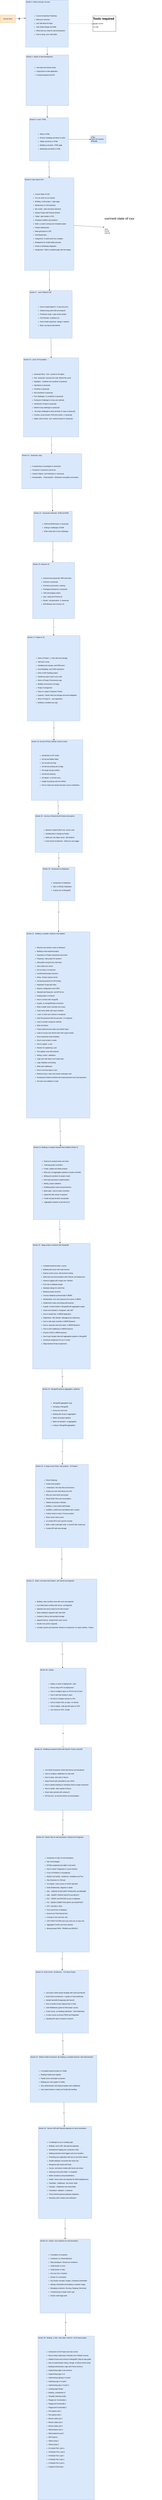
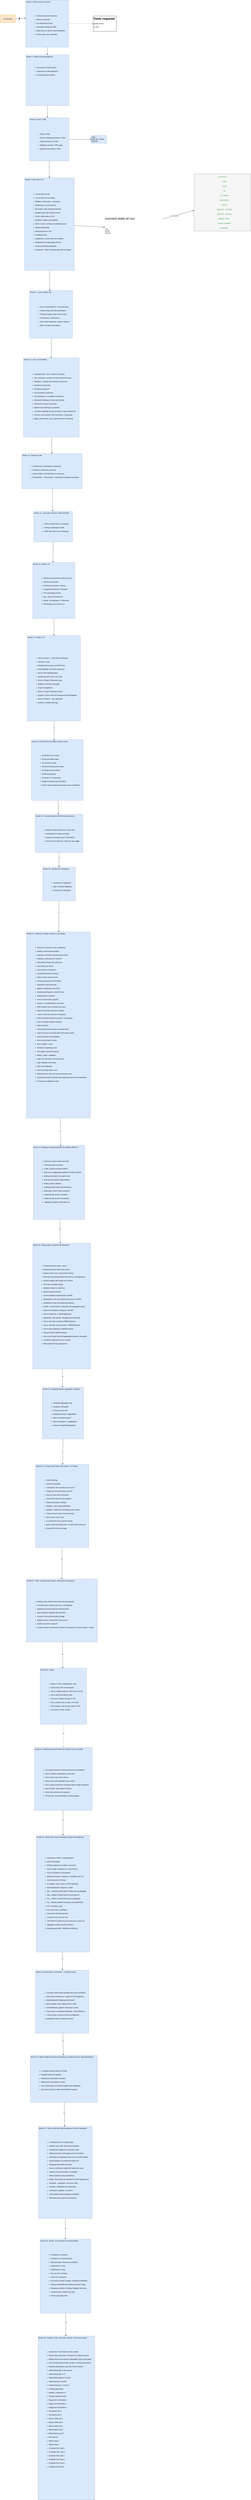
<mxfile host="65bd71144e">
    <diagram id="c_EHRjwDko8VzCd9NMD1" name="Notes">
        <mxGraphModel dx="1878" dy="1175" grid="0" gridSize="10" guides="1" tooltips="1" connect="1" arrows="1" fold="1" page="0" pageScale="1" pageWidth="850" pageHeight="1100" math="0" shadow="0">
            <root>
                <mxCell id="0"/>
                <mxCell id="1" parent="0"/>
                <mxCell id="4" value="Course Items" style="rounded=0;whiteSpace=wrap;html=1;fillColor=#ffe6cc;strokeColor=#d79b00;" parent="1" vertex="1">
                    <mxGeometry x="-1015" y="-642" width="120" height="60" as="geometry"/>
                </mxCell>
                <mxCell id="10" style="edgeStyle=none;html=1;entryX=0.5;entryY=0;entryDx=0;entryDy=0;" parent="1" source="7" target="9" edge="1">
                    <mxGeometry relative="1" as="geometry"/>
                </mxCell>
                <mxCell id="18" value="1" style="edgeLabel;html=1;align=center;verticalAlign=middle;resizable=0;points=[];" parent="10" vertex="1" connectable="0">
                    <mxGeometry x="-0.3668" y="-1" relative="1" as="geometry">
                        <mxPoint as="offset"/>
                    </mxGeometry>
                </mxCell>
                <mxCell id="94" style="edgeStyle=none;html=1;fillColor=#dae8fc;strokeColor=#6c8ebf;" parent="1" source="7" target="93" edge="1">
                    <mxGeometry relative="1" as="geometry"/>
                </mxCell>
                <mxCell id="7" value="Section 1- Before web gev Journey&#xa;&lt;p class=&quot;p2&quot;&gt;&lt;br&gt;&lt;/p&gt;&#xa;&lt;ul class=&quot;ul1&quot;&gt;&#xa;&lt;ul class=&quot;ul1&quot;&gt;&#xa;&lt;li class=&quot;li1&quot;&gt;Course Introduction Roadmap&lt;/li&gt;&#xa;&lt;li class=&quot;li1&quot;&gt;Meet your Instructor&lt;span class=&quot;Apple-converted-space&quot;&gt;&amp;nbsp;&lt;/span&gt;&lt;/li&gt;&#xa;&lt;li class=&quot;li1&quot;&gt;Lets Talk About AI Hype&lt;/li&gt;&#xa;&lt;li class=&quot;li1&quot;&gt;Jobs Salary Range and Skills&lt;/li&gt;&#xa;&lt;li class=&quot;li1&quot;&gt;What tools you need for web development&lt;/li&gt;&#xa;&lt;li class=&quot;li1&quot;&gt;How to setup&lt;span class=&quot;Apple-converted-space&quot;&gt;&amp;nbsp; &lt;/span&gt;your code editor&lt;/li&gt;&#xa;&lt;/ul&gt;&#xa;&lt;/ul&gt;" style="text;whiteSpace=wrap;html=1;fillColor=#dae8fc;strokeColor=#6c8ebf;" parent="1" vertex="1">
                    <mxGeometry x="-815" y="-757" width="332" height="365" as="geometry"/>
                </mxCell>
                <mxCell id="8" style="edgeStyle=none;html=1;entryX=0;entryY=0.384;entryDx=0;entryDy=0;entryPerimeter=0;" parent="1" source="4" target="7" edge="1">
                    <mxGeometry relative="1" as="geometry"/>
                </mxCell>
                <mxCell id="17" value="0" style="edgeLabel;html=1;align=center;verticalAlign=middle;resizable=0;points=[];fontColor=#FFFFFF;labelBackgroundColor=light-dark(#0d0d0d, #ededed);spacingTop=5;" parent="8" vertex="1" connectable="0">
                    <mxGeometry x="-0.2733" y="2" relative="1" as="geometry">
                        <mxPoint as="offset"/>
                    </mxGeometry>
                </mxCell>
                <mxCell id="9" value="Section 3 - Basics of web development &lt;br&gt;&#xa;&#xa;&lt;ul class=&quot;ul1&quot;&gt;&#xa;&lt;ul class=&quot;ul1&quot;&gt;&#xa;&lt;li class=&quot;li1&quot;&gt;How does the internet works&lt;span class=&quot;Apple-converted-space&quot;&gt;&amp;nbsp;&lt;/span&gt;&lt;/li&gt;&#xa;&lt;li class=&quot;li1&quot;&gt;A big picture of web application&lt;/li&gt;&#xa;&lt;li class=&quot;li1&quot;&gt;Frontend backend and API&lt;br&gt;&#xa;&lt;/li&gt;&#xa;&lt;/ul&gt;&#xa;&lt;/ul&gt;" style="text;whiteSpace=wrap;html=1;fillColor=#dae8fc;strokeColor=#6c8ebf;" parent="1" vertex="1">
                    <mxGeometry x="-813" y="-332" width="332" height="393" as="geometry"/>
                </mxCell>
                <mxCell id="14" style="edgeStyle=none;html=1;" parent="1" source="11" target="13" edge="1">
                    <mxGeometry relative="1" as="geometry"/>
                </mxCell>
                <mxCell id="20" value="3" style="edgeLabel;html=1;align=center;verticalAlign=middle;resizable=0;points=[];" parent="14" vertex="1" connectable="0">
                    <mxGeometry x="-0.2825" y="-2" relative="1" as="geometry">
                        <mxPoint as="offset"/>
                    </mxGeometry>
                </mxCell>
                <mxCell id="96" value="" style="edgeStyle=none;html=1;" parent="1" source="11" target="95" edge="1">
                    <mxGeometry relative="1" as="geometry"/>
                </mxCell>
                <mxCell id="11" value="Section 4- Learn&lt;span class=&quot;Apple-converted-space&quot;&gt;&amp;nbsp; &lt;/span&gt;HTML&lt;br&gt;&#xa;&lt;br&gt;&#xa;&#xa;&lt;ul class=&quot;ul1&quot;&gt;&#xa;&lt;ul class=&quot;ul1&quot;&gt;&#xa;&lt;li class=&quot;li1&quot;&gt;What is HTML&lt;/li&gt;&#xa;&lt;li class=&quot;li1&quot;&gt;Emmet, Headings and block vs inline&lt;/li&gt;&#xa;&lt;li class=&quot;li1&quot;&gt;Tables and forms in HTML&lt;/li&gt;&#xa;&lt;li class=&quot;li1&quot;&gt;Building a semantic&lt;span class=&quot;Apple-converted-space&quot;&gt;&amp;nbsp; &lt;/span&gt;HTML page&lt;/li&gt;&#xa;&lt;li class=&quot;li1&quot;&gt;Multimedia and ARIA in HTML&lt;/li&gt;&#xa;&lt;/ul&gt;&#xa;&lt;/ul&gt;" style="text;whiteSpace=wrap;html=1;fillColor=#dae8fc;strokeColor=#6c8ebf;" parent="1" vertex="1">
                    <mxGeometry x="-786" y="155" width="305" height="335" as="geometry"/>
                </mxCell>
                <mxCell id="12" style="edgeStyle=none;html=1;entryX=0.456;entryY=-0.003;entryDx=0;entryDy=0;entryPerimeter=0;" parent="1" source="9" target="11" edge="1">
                    <mxGeometry relative="1" as="geometry"/>
                </mxCell>
                <mxCell id="19" value="2" style="edgeLabel;html=1;align=center;verticalAlign=middle;resizable=0;points=[];" parent="12" vertex="1" connectable="0">
                    <mxGeometry x="-0.3763" y="1" relative="1" as="geometry">
                        <mxPoint as="offset"/>
                    </mxGeometry>
                </mxCell>
-                 <mxCell id="98" value="" style="edgeStyle=none;html=1;entryX=0;entryY=0.5;entryDx=0;entryDy=0;" edge="1" parent="1" source="13" target="99">
+                 <mxCell id="98" value="" style="edgeStyle=none;html=1;entryX=0;entryY=0.5;entryDx=0;entryDy=0;" parent="1" source="13" target="99" edge="1">
                    <mxGeometry relative="1" as="geometry">
                        <mxPoint x="-226.5" y="980" as="targetPoint"/>
                    </mxGeometry>
                </mxCell>
                <mxCell id="13" value="Section 6- learn about CSS&lt;br&gt;&#xa;&lt;br&gt;&#xa;&#xa;&lt;ul class=&quot;ul1&quot;&gt;&#xa;&lt;ul class=&quot;ul1&quot;&gt;&#xa;&lt;li class=&quot;li1&quot;&gt;Current State of CSS&lt;/li&gt;&#xa;&lt;li class=&quot;li1&quot;&gt;You can write css at 3 places&lt;/li&gt;&#xa;&lt;li class=&quot;li1&quot;&gt;Building&lt;span class=&quot;Apple-converted-space&quot;&gt;&amp;nbsp; &lt;/span&gt;a web project - Login page&lt;/li&gt;&#xa;&lt;li class=&quot;li1&quot;&gt;Masterclass on CSS selectors&lt;/li&gt;&#xa;&lt;li class=&quot;li1&quot;&gt;Box model , inline and block elements&lt;/li&gt;&#xa;&lt;li class=&quot;li1&quot;&gt;Navbar Project with Pseudo element&lt;span class=&quot;Apple-converted-space&quot;&gt;&amp;nbsp;&lt;/span&gt;&lt;/li&gt;&#xa;&lt;li class=&quot;li1&quot;&gt;Twitter&lt;span class=&quot;Apple-converted-space&quot;&gt;&amp;nbsp; &lt;/span&gt;style navbar in CSS&lt;/li&gt;&#xa;&lt;li class=&quot;li1&quot;&gt;Dropdown nabbers and positions&lt;span class=&quot;Apple-converted-space&quot;&gt;&amp;nbsp;&lt;/span&gt;&lt;/li&gt;&#xa;&lt;li class=&quot;li1&quot;&gt;Build&lt;span class=&quot;Apple-converted-space&quot;&gt;&amp;nbsp; &lt;/span&gt;a custom coming soon template project&lt;/li&gt;&#xa;&lt;li class=&quot;li1&quot;&gt;Flexbox Masterclass&lt;span class=&quot;Apple-converted-space&quot;&gt;&amp;nbsp;&lt;/span&gt;&lt;/li&gt;&#xa;&lt;li class=&quot;li1&quot;&gt;Meet grid layout in CSS&lt;span class=&quot;Apple-converted-space&quot;&gt;&amp;nbsp;&lt;/span&gt;&lt;/li&gt;&#xa;&lt;li class=&quot;li1&quot;&gt;Grid Masterclass&lt;/li&gt;&#xa;&lt;li class=&quot;li1&quot;&gt;Assignment&lt;span class=&quot;Apple-converted-space&quot;&gt;&amp;nbsp; &lt;/span&gt;to build cards from codepen&lt;span class=&quot;Apple-converted-space&quot;&gt;&amp;nbsp;&lt;/span&gt;&lt;/li&gt;&#xa;&lt;li class=&quot;li1&quot;&gt;Breakpoints for mobile tablet and web&lt;/li&gt;&#xa;&lt;li class=&quot;li1&quot;&gt;Hands on Bootstrap integration&lt;/li&gt;&#xa;&lt;li class=&quot;li1&quot;&gt;Assignment - Build a complete page with this design&lt;/li&gt;&#xa;&lt;/ul&gt;&#xa;&lt;/ul&gt;" style="text;whiteSpace=wrap;html=1;fillColor=#dae8fc;strokeColor=#6c8ebf;" parent="1" vertex="1">
                    <mxGeometry x="-824" y="621" width="385" height="718" as="geometry"/>
                </mxCell>
                <mxCell id="23" style="edgeStyle=none;html=1;entryX=0.5;entryY=0;entryDx=0;entryDy=0;" parent="1" source="15" target="22" edge="1">
                    <mxGeometry relative="1" as="geometry"/>
                </mxCell>
                <mxCell id="26" value="5" style="edgeLabel;html=1;align=center;verticalAlign=middle;resizable=0;points=[];" parent="23" vertex="1" connectable="0">
                    <mxGeometry x="-0.2369" relative="1" as="geometry">
                        <mxPoint as="offset"/>
                    </mxGeometry>
                </mxCell>
                <mxCell id="15" value="Section 8 -&lt;span class=&quot;Apple-converted-space&quot;&gt;&amp;nbsp; &lt;/span&gt;Learn Tailwind CSS&lt;br&gt;&#xa;&lt;br&gt;&#xa;&#xa;&lt;ul class=&quot;ul1&quot;&gt;&#xa;&lt;ul class=&quot;ul1&quot;&gt;&#xa;&lt;li class=&quot;li1&quot;&gt;How to install tailwind 4&lt;span class=&quot;Apple-converted-space&quot;&gt;&amp;nbsp; &lt;/span&gt;in site and next’s&lt;/li&gt;&#xa;&lt;li class=&quot;li1&quot;&gt;Tailwind setup with CDN and NodeJS&lt;/li&gt;&#xa;&lt;li class=&quot;li1&quot;&gt;Production ready&lt;span class=&quot;Apple-converted-space&quot;&gt;&amp;nbsp; &lt;/span&gt;Login screen project&lt;/li&gt;&#xa;&lt;li class=&quot;li1&quot;&gt;Full Potential&lt;span class=&quot;Apple-converted-space&quot;&gt;&amp;nbsp; &lt;/span&gt;of tailwind css&lt;span class=&quot;Apple-converted-space&quot;&gt;&amp;nbsp;&lt;/span&gt;&lt;/li&gt;&#xa;&lt;li class=&quot;li1&quot;&gt;How to build responsive&lt;span class=&quot;Apple-converted-space&quot;&gt;&amp;nbsp; &lt;/span&gt;design in tailwind&lt;/li&gt;&#xa;&lt;li class=&quot;li1&quot;&gt;Build&lt;span class=&quot;Apple-converted-space&quot;&gt;&amp;nbsp; &lt;/span&gt;any layout with tailwind&lt;/li&gt;&#xa;&lt;/ul&gt;&#xa;&lt;/ul&gt;" style="text;whiteSpace=wrap;html=1;fillColor=#dae8fc;strokeColor=#6c8ebf;" parent="1" vertex="1">
                    <mxGeometry x="-786" y="1495" width="333" height="370" as="geometry"/>
                </mxCell>
                <mxCell id="16" style="edgeStyle=none;html=1;entryX=0.468;entryY=0.003;entryDx=0;entryDy=0;entryPerimeter=0;" parent="1" source="13" target="15" edge="1">
                    <mxGeometry relative="1" as="geometry"/>
                </mxCell>
                <mxCell id="21" value="4" style="edgeLabel;html=1;align=center;verticalAlign=middle;resizable=0;points=[];" parent="16" vertex="1" connectable="0">
                    <mxGeometry x="-0.1435" y="-1" relative="1" as="geometry">
                        <mxPoint as="offset"/>
                    </mxGeometry>
                </mxCell>
                <mxCell id="25" value="6" style="edgeStyle=none;html=1;" parent="1" source="22" target="24" edge="1">
                    <mxGeometry relative="1" as="geometry"/>
                </mxCell>
                <mxCell id="22" value="Section 10 - Learn JS Foundation&lt;br&gt;&#xa;&lt;br&gt;&#xa;&#xa;&lt;ul class=&quot;ul1&quot;&gt;&#xa;&lt;ul class=&quot;ul1&quot;&gt;&#xa;&lt;li class=&quot;li1&quot;&gt;Javascript Story - from&lt;span class=&quot;Apple-converted-space&quot;&gt;&amp;nbsp; &lt;/span&gt;console to v8 engine&lt;span class=&quot;Apple-converted-space&quot;&gt;&amp;nbsp;&lt;/span&gt;&lt;/li&gt;&#xa;&lt;li class=&quot;li1&quot;&gt;How&lt;span class=&quot;Apple-converted-space&quot;&gt;&amp;nbsp; &lt;/span&gt;Javascript&lt;span class=&quot;Apple-converted-space&quot;&gt;&amp;nbsp; &lt;/span&gt;executes the code- Behind the scene&lt;span class=&quot;Apple-converted-space&quot;&gt;&amp;nbsp;&lt;/span&gt;&lt;/li&gt;&#xa;&lt;li class=&quot;li1&quot;&gt;Datatypes , variables and constants in javascript&lt;/li&gt;&#xa;&lt;li class=&quot;li1&quot;&gt;Operations in javascript&lt;/li&gt;&#xa;&lt;li class=&quot;li1&quot;&gt;Primitives in javascript&lt;/li&gt;&#xa;&lt;li class=&quot;li1&quot;&gt;Non premitives in javascript&lt;/li&gt;&#xa;&lt;li class=&quot;li1&quot;&gt;Five challenges&lt;span class=&quot;Apple-converted-space&quot;&gt;&amp;nbsp; &lt;/span&gt;on conditions in javascript&lt;/li&gt;&#xa;&lt;li class=&quot;li1&quot;&gt;Facing ten Challenges in Array and methods&lt;span class=&quot;Apple-converted-space&quot;&gt;&amp;nbsp;&lt;/span&gt;&lt;/li&gt;&#xa;&lt;li class=&quot;li1&quot;&gt;Introduction of loops in javascript&lt;/li&gt;&#xa;&lt;li class=&quot;li1&quot;&gt;Defeat 6 loop challenges in javascript&lt;span class=&quot;Apple-converted-space&quot;&gt;&amp;nbsp;&lt;/span&gt;&lt;/li&gt;&#xa;&lt;li class=&quot;li1&quot;&gt;&lt;span class=&quot;Apple-converted-space&quot;&gt;&amp;nbsp;&lt;/span&gt;Ten loops challenges to learn all kinds of&lt;span class=&quot;Apple-converted-space&quot;&gt;&amp;nbsp; &lt;/span&gt;loops in javascript&lt;span class=&quot;Apple-converted-space&quot;&gt;&amp;nbsp;&lt;/span&gt;&lt;/li&gt;&#xa;&lt;li class=&quot;li1&quot;&gt;Function ,arrow function THIS and context&lt;span class=&quot;Apple-converted-space&quot;&gt;&amp;nbsp; &lt;/span&gt;in Javascript&lt;span class=&quot;Apple-converted-space&quot;&gt;&amp;nbsp;&lt;/span&gt;&lt;/li&gt;&#xa;&lt;li class=&quot;li1&quot;&gt;Higher order function&lt;span class=&quot;Apple-converted-space&quot;&gt;&amp;nbsp; &lt;/span&gt;and&lt;span class=&quot;Apple-converted-space&quot;&gt;&amp;nbsp; &lt;/span&gt;nested functions in Javascript&lt;/li&gt;&#xa;&lt;/ul&gt;&#xa;&lt;/ul&gt;" style="text;whiteSpace=wrap;html=1;fillColor=#dae8fc;strokeColor=#6c8ebf;" parent="1" vertex="1">
                    <mxGeometry x="-833" y="2017" width="432" height="614" as="geometry"/>
                </mxCell>
                <mxCell id="28" style="edgeStyle=none;html=1;" parent="1" source="24" target="27" edge="1">
                    <mxGeometry relative="1" as="geometry"/>
                </mxCell>
                <mxCell id="31" value="7" style="edgeLabel;html=1;align=center;verticalAlign=middle;resizable=0;points=[];" parent="28" vertex="1" connectable="0">
                    <mxGeometry x="-0.1548" y="-2" relative="1" as="geometry">
                        <mxPoint as="offset"/>
                    </mxGeometry>
                </mxCell>
                <mxCell id="24" value="Section 12 - Javascript -oops&lt;br&gt;&#xa;&#xa;&lt;ul class=&quot;ul1&quot;&gt;&#xa;&lt;ul class=&quot;ul1&quot;&gt;&#xa;&lt;li class=&quot;li1&quot;&gt;A masterclass on prototypes in Javascript&lt;/li&gt;&#xa;&lt;li class=&quot;li1&quot;&gt;Functional&lt;span class=&quot;Apple-converted-space&quot;&gt;&amp;nbsp; &lt;/span&gt;Constructor and Errors&lt;span class=&quot;Apple-converted-space&quot;&gt;&amp;nbsp;&lt;/span&gt;&lt;/li&gt;&#xa;&lt;li class=&quot;li1&quot;&gt;Classes Objects&lt;span class=&quot;Apple-converted-space&quot;&gt;&amp;nbsp; &lt;/span&gt;and Inheritance in Javascript&lt;span class=&quot;Apple-converted-space&quot;&gt;&amp;nbsp;&lt;/span&gt;&lt;/li&gt;&#xa;&lt;li class=&quot;li1&quot;&gt;Encapsulation&lt;span class=&quot;Apple-converted-space&quot;&gt;&amp;nbsp; &lt;/span&gt;, Polymorphism , Abstraction and getters and setters&lt;/li&gt;&#xa;&lt;/ul&gt;&#xa;&lt;/ul&gt;" style="text;whiteSpace=wrap;html=1;fillColor=#dae8fc;strokeColor=#6c8ebf;" parent="1" vertex="1">
                    <mxGeometry x="-846" y="2760" width="468" height="272" as="geometry"/>
                </mxCell>
                <mxCell id="27" value="Section 14 - Javascript in Browser -DOM and BOM&lt;br&gt;&#xa;&#xa;&lt;ul class=&quot;ul1&quot;&gt;&#xa;&lt;ul class=&quot;ul1&quot;&gt;&#xa;&lt;li class=&quot;li1&quot;&gt;DOM and BOM basics in Javascript&lt;/li&gt;&#xa;&lt;li class=&quot;li1&quot;&gt;Solving 5 challenges of DOM&lt;span class=&quot;Apple-converted-space&quot;&gt;&amp;nbsp;&lt;/span&gt;&lt;/li&gt;&#xa;&lt;li class=&quot;li1&quot;&gt;DOM&lt;span class=&quot;Apple-converted-space&quot;&gt;&amp;nbsp; &lt;/span&gt;finale with 5 more challenges&lt;span class=&quot;Apple-converted-space&quot;&gt;&amp;nbsp;&lt;/span&gt;&lt;/li&gt;&#xa;&lt;/ul&gt;&#xa;&lt;/ul&gt;" style="text;whiteSpace=wrap;html=1;fillColor=#dae8fc;strokeColor=#6c8ebf;" parent="1" vertex="1">
                    <mxGeometry x="-754" y="3207" width="301" height="237" as="geometry"/>
                </mxCell>
                <mxCell id="34" style="edgeStyle=none;html=1;exitX=0.5;exitY=1;exitDx=0;exitDy=0;entryX=0.5;entryY=0;entryDx=0;entryDy=0;" parent="1" source="29" target="33" edge="1">
                    <mxGeometry relative="1" as="geometry"/>
                </mxCell>
                <mxCell id="35" value="9" style="edgeLabel;html=1;align=center;verticalAlign=middle;resizable=0;points=[];" parent="34" vertex="1" connectable="0">
                    <mxGeometry x="0.0013" y="1" relative="1" as="geometry">
                        <mxPoint as="offset"/>
                    </mxGeometry>
                </mxCell>
                <mxCell id="29" value="Section 15- Advance JS&#xa;&lt;p class=&quot;p2&quot;&gt;&lt;br&gt;&lt;/p&gt;&#xa;&lt;ul class=&quot;ul1&quot;&gt;&#xa;&lt;ul class=&quot;ul1&quot;&gt;&#xa;&lt;li class=&quot;li1&quot;&gt;Asynchronous javascript. With event loop&lt;/li&gt;&#xa;&lt;li class=&quot;li1&quot;&gt;Closures in javascript&lt;span class=&quot;Apple-converted-space&quot;&gt;&amp;nbsp;&lt;/span&gt;&lt;/li&gt;&#xa;&lt;li class=&quot;li1&quot;&gt;Promises and promise&lt;span class=&quot;Apple-converted-space&quot;&gt;&amp;nbsp; &lt;/span&gt;chaining&lt;/li&gt;&#xa;&lt;li class=&quot;li1&quot;&gt;Prototypal Inheritance in Javascript&lt;/li&gt;&#xa;&lt;li class=&quot;li1&quot;&gt;THIS and binging context&lt;/li&gt;&#xa;&lt;li class=&quot;li1&quot;&gt;Aync -await and Promise all&lt;/li&gt;&#xa;&lt;li class=&quot;li1&quot;&gt;Iterator&lt;span class=&quot;Apple-converted-space&quot;&gt;&amp;nbsp; &lt;/span&gt;and generators&lt;span class=&quot;Apple-converted-space&quot;&gt;&amp;nbsp; &lt;/span&gt;in Javascript&lt;/li&gt;&#xa;&lt;li class=&quot;li1&quot;&gt;ES6 Modules and Common JS&lt;span class=&quot;Apple-converted-space&quot;&gt;&amp;nbsp;&lt;/span&gt;&lt;/li&gt;&#xa;&lt;/ul&gt;&#xa;&lt;/ul&gt;" style="text;whiteSpace=wrap;html=1;fillColor=#dae8fc;strokeColor=#6c8ebf;" parent="1" vertex="1">
                    <mxGeometry x="-761" y="3604" width="327" height="435" as="geometry"/>
                </mxCell>
                <mxCell id="30" style="edgeStyle=none;html=1;entryX=0.48;entryY=-0.005;entryDx=0;entryDy=0;entryPerimeter=0;" parent="1" source="27" target="29" edge="1">
                    <mxGeometry relative="1" as="geometry"/>
                </mxCell>
                <mxCell id="32" value="8" style="edgeLabel;html=1;align=center;verticalAlign=middle;resizable=0;points=[];" parent="30" vertex="1" connectable="0">
                    <mxGeometry x="-0.1763" y="2" relative="1" as="geometry">
                        <mxPoint as="offset"/>
                    </mxGeometry>
                </mxCell>
                <mxCell id="33" value="Section 17 -Project in JS&#xa;&lt;p class=&quot;p2&quot;&gt;&lt;br&gt;&lt;/p&gt;&#xa;&lt;p class=&quot;p2&quot;&gt;&lt;br&gt;&lt;/p&gt;&#xa;&lt;ul class=&quot;ul1&quot;&gt;&#xa;&lt;ul class=&quot;ul1&quot;&gt;&#xa;&lt;li class=&quot;li1&quot;&gt;Demo of Project&lt;span class=&quot;Apple-converted-space&quot;&gt;&amp;nbsp; &lt;/span&gt;1- Todo with local Storage&lt;/li&gt;&#xa;&lt;li class=&quot;li1&quot;&gt;Add task in array&lt;/li&gt;&#xa;&lt;li class=&quot;li1&quot;&gt;Handling local storage&lt;span class=&quot;Apple-converted-space&quot;&gt;&amp;nbsp; &lt;/span&gt;and DOM event&lt;span class=&quot;Apple-converted-space&quot;&gt;&amp;nbsp;&lt;/span&gt;&lt;/li&gt;&#xa;&lt;li class=&quot;li1&quot;&gt;Event Bubbling&lt;span class=&quot;Apple-converted-space&quot;&gt;&amp;nbsp; &lt;/span&gt;and CRUD operations&lt;span class=&quot;Apple-converted-space&quot;&gt;&amp;nbsp;&lt;/span&gt;&lt;/li&gt;&#xa;&lt;li class=&quot;li1&quot;&gt;Demo of API handling project&lt;/li&gt;&#xa;&lt;li class=&quot;li1&quot;&gt;Handle any type of api in your code&lt;span class=&quot;Apple-converted-space&quot;&gt;&amp;nbsp;&lt;/span&gt;&lt;/li&gt;&#xa;&lt;li class=&quot;li1&quot;&gt;Demo of Project 3 Ecommerce app&lt;/li&gt;&#xa;&lt;li class=&quot;li1&quot;&gt;Building&lt;span class=&quot;Apple-converted-space&quot;&gt;&amp;nbsp; &lt;/span&gt;Ecommerce cart page&lt;/li&gt;&#xa;&lt;li class=&quot;li1&quot;&gt;Project 3 Assignment&lt;span class=&quot;Apple-converted-space&quot;&gt;&amp;nbsp;&lt;/span&gt;&lt;/li&gt;&#xa;&lt;li class=&quot;li1&quot;&gt;Demo of&lt;span class=&quot;Apple-converted-space&quot;&gt;&amp;nbsp; &lt;/span&gt;project 4 Expense Tracker&lt;/li&gt;&#xa;&lt;li class=&quot;li1&quot;&gt;Expense&lt;span class=&quot;Apple-converted-space&quot;&gt;&amp;nbsp; &lt;/span&gt;Tracker with local storage and event delegation&lt;/li&gt;&#xa;&lt;li class=&quot;li1&quot;&gt;Demo of Project 5&lt;span class=&quot;Apple-converted-space&quot;&gt;&amp;nbsp; &lt;/span&gt;- quiz application.&lt;/li&gt;&#xa;&lt;li class=&quot;li1&quot;&gt;Building a complete quiz app.&lt;/li&gt;&#xa;&lt;/ul&gt;&#xa;&lt;/ul&gt;" style="text;whiteSpace=wrap;html=1;fillColor=#dae8fc;strokeColor=#6c8ebf;" parent="1" vertex="1">
                    <mxGeometry x="-803.5" y="4171" width="412" height="662" as="geometry"/>
                </mxCell>
                <mxCell id="39" style="edgeStyle=none;html=1;" parent="1" source="36" target="38" edge="1">
                    <mxGeometry relative="1" as="geometry"/>
                </mxCell>
                <mxCell id="41" value="11" style="edgeLabel;html=1;align=center;verticalAlign=middle;resizable=0;points=[];" parent="39" vertex="1" connectable="0">
                    <mxGeometry x="-0.184" y="2" relative="1" as="geometry">
                        <mxPoint as="offset"/>
                    </mxGeometry>
                </mxCell>
                <mxCell id="36" value="Section 18 -Git and GITHub | Master version Control&#xa;&lt;p class=&quot;p2&quot;&gt;&lt;br&gt;&lt;/p&gt;&#xa;&lt;ul class=&quot;ul1&quot;&gt;&#xa;&lt;ul class=&quot;ul1&quot;&gt;&#xa;&lt;li class=&quot;li1&quot;&gt;Introduction to GIT series&lt;/li&gt;&#xa;&lt;li class=&quot;li1&quot;&gt;Git init and hidden folder&lt;/li&gt;&#xa;&lt;li class=&quot;li1&quot;&gt;Git commits and logs&lt;/li&gt;&#xa;&lt;li class=&quot;li1&quot;&gt;Git internal working and configs&lt;/li&gt;&#xa;&lt;li class=&quot;li1&quot;&gt;Git merge and git conflicts&lt;span class=&quot;Apple-converted-space&quot;&gt;&amp;nbsp;&lt;/span&gt;&lt;/li&gt;&#xa;&lt;li class=&quot;li1&quot;&gt;Git diff and stashing&lt;span class=&quot;Apple-converted-space&quot;&gt;&amp;nbsp;&lt;/span&gt;&lt;/li&gt;&#xa;&lt;li class=&quot;li1&quot;&gt;Git rebase&lt;span class=&quot;Apple-converted-space&quot;&gt;&amp;nbsp; &lt;/span&gt;is not that scary&lt;span class=&quot;Apple-converted-space&quot;&gt;&amp;nbsp;&lt;/span&gt;&lt;/li&gt;&#xa;&lt;li class=&quot;li1&quot;&gt;Insight of pushing code into GitHub&lt;/li&gt;&#xa;&lt;li class=&quot;li1&quot;&gt;How to make pull request and open source contribution&lt;/li&gt;&#xa;&lt;/ul&gt;&#xa;&lt;/ul&gt;" style="text;whiteSpace=wrap;html=1;fillColor=#dae8fc;strokeColor=#6c8ebf;" parent="1" vertex="1">
                    <mxGeometry x="-772" y="4979" width="402" height="470" as="geometry"/>
                </mxCell>
                <mxCell id="37" style="edgeStyle=none;html=1;entryX=0.44;entryY=0.011;entryDx=0;entryDy=0;entryPerimeter=0;" parent="1" source="33" target="36" edge="1">
                    <mxGeometry relative="1" as="geometry"/>
                </mxCell>
                <mxCell id="40" value="10" style="edgeLabel;html=1;align=center;verticalAlign=middle;resizable=0;points=[];" parent="37" vertex="1" connectable="0">
                    <mxGeometry x="-0.2857" y="-2" relative="1" as="geometry">
                        <mxPoint as="offset"/>
                    </mxGeometry>
                </mxCell>
                <mxCell id="43" style="edgeStyle=none;html=1;" parent="1" source="38" target="42" edge="1">
                    <mxGeometry relative="1" as="geometry"/>
                </mxCell>
                <mxCell id="44" value="12" style="edgeLabel;html=1;align=center;verticalAlign=middle;resizable=0;points=[];" parent="43" vertex="1" connectable="0">
                    <mxGeometry x="-0.2807" y="-1" relative="1" as="geometry">
                        <mxPoint as="offset"/>
                    </mxGeometry>
                </mxCell>
                <mxCell id="38" value="Section 19 - Journey of Backend with Nodes and projects&#xa;&lt;p class=&quot;p2&quot;&gt;&lt;br&gt;&lt;/p&gt;&#xa;&lt;ul class=&quot;ul1&quot;&gt;&#xa;&lt;ul class=&quot;ul1&quot;&gt;&#xa;&lt;li class=&quot;li1&quot;&gt;Backend -NodeJS libUV and&lt;span class=&quot;Apple-converted-space&quot;&gt;&amp;nbsp; &lt;/span&gt;source code&lt;span class=&quot;Apple-converted-space&quot;&gt;&amp;nbsp;&lt;/span&gt;&lt;/li&gt;&#xa;&lt;li class=&quot;li1&quot;&gt;Handling files in Nodejs as Project&lt;/li&gt;&#xa;&lt;li class=&quot;li1&quot;&gt;Build your own Nginx server&lt;span class=&quot;Apple-converted-space&quot;&gt;&amp;nbsp; &lt;/span&gt;with NodeJS&lt;/li&gt;&#xa;&lt;li class=&quot;li1&quot;&gt;Event Driven Architecture - Build your own logger&lt;/li&gt;&#xa;&lt;/ul&gt;&#xa;&lt;/ul&gt;" style="text;whiteSpace=wrap;html=1;fillColor=#dae8fc;strokeColor=#6c8ebf;" parent="1" vertex="1">
                    <mxGeometry x="-742" y="5557" width="369" height="296" as="geometry"/>
                </mxCell>
                <mxCell id="46" style="edgeStyle=none;html=1;" parent="1" source="42" target="45" edge="1">
                    <mxGeometry relative="1" as="geometry"/>
                </mxCell>
                <mxCell id="47" value="13" style="edgeLabel;html=1;align=center;verticalAlign=middle;resizable=0;points=[];" parent="46" vertex="1" connectable="0">
                    <mxGeometry x="-0.278" y="-2" relative="1" as="geometry">
                        <mxPoint as="offset"/>
                    </mxGeometry>
                </mxCell>
                <mxCell id="42" value="Section 20 - Introduction to Databases&#xa;&lt;p class=&quot;p2&quot;&gt;&lt;br&gt;&lt;/p&gt;&#xa;&lt;ul class=&quot;ul1&quot;&gt;&#xa;&lt;ul class=&quot;ul1&quot;&gt;&#xa;&lt;li class=&quot;li1&quot;&gt;Introduction to Databases&lt;/li&gt;&#xa;&lt;li class=&quot;li1&quot;&gt;SQL vs NOSQL Databases&lt;/li&gt;&#xa;&lt;li class=&quot;li1&quot;&gt;A Quick tour of MongoDB&lt;/li&gt;&#xa;&lt;/ul&gt;&#xa;&lt;/ul&gt;" style="text;whiteSpace=wrap;html=1;fillColor=#dae8fc;strokeColor=#6c8ebf;" parent="1" vertex="1">
                    <mxGeometry x="-684" y="5967" width="253" height="261" as="geometry"/>
                </mxCell>
                <mxCell id="45" value="Section 21 - Building a complete&lt;span class=&quot;Apple-converted-space&quot;&gt;&amp;nbsp; &lt;/span&gt;backend -new Addition&lt;span class=&quot;Apple-converted-space&quot;&gt;&amp;nbsp;&lt;/span&gt;&#xa;&lt;p class=&quot;p2&quot;&gt;&lt;br&gt;&lt;/p&gt;&#xa;&lt;ul class=&quot;ul1&quot;&gt;&#xa;&lt;ul class=&quot;ul1&quot;&gt;&#xa;&lt;li class=&quot;li1&quot;&gt;Why this new section is here on Backend&lt;/li&gt;&#xa;&lt;li class=&quot;li1&quot;&gt;Building a fresh backend project&lt;/li&gt;&#xa;&lt;li class=&quot;li1&quot;&gt;Importance of Project requirement document&lt;span class=&quot;Apple-converted-space&quot;&gt;&amp;nbsp;&lt;/span&gt;&lt;/li&gt;&#xa;&lt;li class=&quot;li1&quot;&gt;Preparing&lt;span class=&quot;Apple-converted-space&quot;&gt;&amp;nbsp; &lt;/span&gt;node project for backend&lt;span class=&quot;Apple-converted-space&quot;&gt;&amp;nbsp;&lt;/span&gt;&lt;/li&gt;&#xa;&lt;li class=&quot;li1&quot;&gt;Add prettier and git to the code base&lt;span class=&quot;Apple-converted-space&quot;&gt;&amp;nbsp;&lt;/span&gt;&lt;/li&gt;&#xa;&lt;li class=&quot;li1&quot;&gt;Auto restart your server&lt;/li&gt;&#xa;&lt;li class=&quot;li1&quot;&gt;Dot env files in on backend&lt;/li&gt;&#xa;&lt;li class=&quot;li1&quot;&gt;A professional project structure&lt;span class=&quot;Apple-converted-space&quot;&gt;&amp;nbsp;&lt;/span&gt;&lt;/li&gt;&#xa;&lt;li class=&quot;li1&quot;&gt;Setup&lt;span class=&quot;Apple-converted-space&quot;&gt;&amp;nbsp; &lt;/span&gt;of basic express server&lt;/li&gt;&#xa;&lt;li class=&quot;li1&quot;&gt;Introducing postman for API testing&lt;/li&gt;&#xa;&lt;li class=&quot;li1&quot;&gt;Separation of app with index&lt;/li&gt;&#xa;&lt;li class=&quot;li1&quot;&gt;Express configuration and CORS&lt;/li&gt;&#xa;&lt;li class=&quot;li1&quot;&gt;Standard Api Response&lt;span class=&quot;Apple-converted-space&quot;&gt;&amp;nbsp; &lt;/span&gt;and API Errors&lt;span class=&quot;Apple-converted-space&quot;&gt;&amp;nbsp;&lt;/span&gt;&lt;/li&gt;&#xa;&lt;li class=&quot;li1&quot;&gt;Keeping data in constants&lt;span class=&quot;Apple-converted-space&quot;&gt;&amp;nbsp;&lt;/span&gt;&lt;/li&gt;&#xa;&lt;li class=&quot;li1&quot;&gt;How to connect with mongoDB&lt;/li&gt;&#xa;&lt;li class=&quot;li1&quot;&gt;A guide&lt;span class=&quot;Apple-converted-space&quot;&gt;&amp;nbsp; &lt;/span&gt;on mongoDB Atlas connection&lt;/li&gt;&#xa;&lt;li class=&quot;li1&quot;&gt;Write a health check controller and routes&lt;/li&gt;&#xa;&lt;li class=&quot;li1&quot;&gt;Catch errors better with async handlers&lt;/li&gt;&#xa;&lt;li class=&quot;li1&quot;&gt;&lt;span class=&quot;Apple-converted-space&quot;&gt;&amp;nbsp;&lt;/span&gt;Learn&lt;span class=&quot;Apple-converted-space&quot;&gt;&amp;nbsp; &lt;/span&gt;to write user schema in mongoose&lt;span class=&quot;Apple-converted-space&quot;&gt;&amp;nbsp;&lt;/span&gt;&lt;/li&gt;&#xa;&lt;li class=&quot;li1&quot;&gt;Hash the password with the precooks&lt;span class=&quot;Apple-converted-space&quot;&gt;&amp;nbsp; &lt;/span&gt;of mongoose&lt;span class=&quot;Apple-converted-space&quot;&gt;&amp;nbsp;&lt;/span&gt;&lt;/li&gt;&#xa;&lt;li class=&quot;li1&quot;&gt;Learn to handle mongoose methods&lt;span class=&quot;Apple-converted-space&quot;&gt;&amp;nbsp;&lt;/span&gt;&lt;/li&gt;&#xa;&lt;li class=&quot;li1&quot;&gt;What Jwt tokens&lt;/li&gt;&#xa;&lt;li class=&quot;li1&quot;&gt;Theory behind Access token and refresh token&lt;/li&gt;&#xa;&lt;li class=&quot;li1&quot;&gt;Code for access and refresh token with crypto module&lt;/li&gt;&#xa;&lt;li class=&quot;li1&quot;&gt;How to generate email templates&lt;span class=&quot;Apple-converted-space&quot;&gt;&amp;nbsp;&lt;/span&gt;&lt;/li&gt;&#xa;&lt;li class=&quot;li1&quot;&gt;How to send emails in nodes&lt;/li&gt;&#xa;&lt;li class=&quot;li1&quot;&gt;How to register&lt;span class=&quot;Apple-converted-space&quot;&gt;&amp;nbsp; &lt;/span&gt;a user&lt;span class=&quot;Apple-converted-space&quot;&gt;&amp;nbsp;&lt;/span&gt;&lt;/li&gt;&#xa;&lt;li class=&quot;li1&quot;&gt;Routers for registering a user&lt;/li&gt;&#xa;&lt;li class=&quot;li1&quot;&gt;Test register route with postman&lt;/li&gt;&#xa;&lt;li class=&quot;li1&quot;&gt;Writing&lt;span class=&quot;Apple-converted-space&quot;&gt;&amp;nbsp; &lt;/span&gt;custom&lt;span class=&quot;Apple-converted-space&quot;&gt;&amp;nbsp; &lt;/span&gt;validations&lt;span class=&quot;Apple-converted-space&quot;&gt;&amp;nbsp;&lt;/span&gt;&lt;/li&gt;&#xa;&lt;li class=&quot;li1&quot;&gt;Login user with tokens and cookie data&lt;span class=&quot;Apple-converted-space&quot;&gt;&amp;nbsp;&lt;/span&gt;&lt;/li&gt;&#xa;&lt;li class=&quot;li1&quot;&gt;Login Validation and testing&lt;/li&gt;&#xa;&lt;li class=&quot;li1&quot;&gt;Write auth middleware&lt;/li&gt;&#xa;&lt;li class=&quot;li1&quot;&gt;How to securely logout a user&lt;/li&gt;&#xa;&lt;li class=&quot;li1&quot;&gt;Refresh Access&lt;span class=&quot;Apple-converted-space&quot;&gt;&amp;nbsp; &lt;/span&gt;token and resend verification mail&lt;/li&gt;&#xa;&lt;li class=&quot;li1&quot;&gt;All password related controllers like forgot password and reset password&lt;span class=&quot;Apple-converted-space&quot;&gt;&amp;nbsp;&lt;/span&gt;&lt;/li&gt;&#xa;&lt;li class=&quot;li1&quot;&gt;All routes and validators of auth&lt;/li&gt;&#xa;&lt;/ul&gt;&#xa;&lt;/ul&gt;" style="text;whiteSpace=wrap;html=1;fillColor=#dae8fc;strokeColor=#6c8ebf;" parent="1" vertex="1">
                    <mxGeometry x="-810" y="6469" width="496" height="1444" as="geometry"/>
                </mxCell>
                <mxCell id="52" style="edgeStyle=none;html=1;" parent="1" source="48" target="51" edge="1">
                    <mxGeometry relative="1" as="geometry"/>
                </mxCell>
                <mxCell id="53" value="15" style="edgeLabel;html=1;align=center;verticalAlign=middle;resizable=0;points=[];" parent="52" vertex="1" connectable="0">
                    <mxGeometry x="-0.1854" y="-2" relative="1" as="geometry">
                        <mxPoint as="offset"/>
                    </mxGeometry>
                </mxCell>
                <mxCell id="48" value="Section 22 -Building a complete backend New Addition (Phase 2)&#xa;&lt;p class=&quot;p2&quot;&gt;&lt;br&gt;&lt;/p&gt;&#xa;&lt;ul class=&quot;ul1&quot;&gt;&#xa;&lt;ul class=&quot;ul1&quot;&gt;&#xa;&lt;li class=&quot;li1&quot;&gt;Schema for projects tasks and notes&lt;/li&gt;&#xa;&lt;li class=&quot;li1&quot;&gt;&lt;span class=&quot;Apple-converted-space&quot;&gt;&amp;nbsp;&lt;/span&gt;Planning project controllers&lt;span class=&quot;Apple-converted-space&quot;&gt;&amp;nbsp;&lt;/span&gt;&lt;/li&gt;&#xa;&lt;li class=&quot;li1&quot;&gt;Create ,update and delete projects&lt;span class=&quot;Apple-converted-space&quot;&gt;&amp;nbsp;&lt;/span&gt;&lt;/li&gt;&#xa;&lt;li class=&quot;li1&quot;&gt;Write your 1st aggregation pipeline in project controller&lt;/li&gt;&#xa;&lt;li class=&quot;li1&quot;&gt;Writing all controllers for project model&lt;span class=&quot;Apple-converted-space&quot;&gt;&amp;nbsp;&lt;/span&gt;&lt;/li&gt;&#xa;&lt;li class=&quot;li1&quot;&gt;Role base permission implementation&lt;/li&gt;&#xa;&lt;li class=&quot;li1&quot;&gt;Writing&lt;span class=&quot;Apple-converted-space&quot;&gt;&amp;nbsp; &lt;/span&gt;project validators&lt;/li&gt;&#xa;&lt;li class=&quot;li1&quot;&gt;Handling project routes and permissions&lt;/li&gt;&#xa;&lt;li class=&quot;li1&quot;&gt;Boiler plate&lt;span class=&quot;Apple-converted-space&quot;&gt;&amp;nbsp; &lt;/span&gt;code for tasks controllers&lt;/li&gt;&#xa;&lt;li class=&quot;li1&quot;&gt;Upload file with muster in backend&lt;/li&gt;&#xa;&lt;li class=&quot;li1&quot;&gt;Create and get all tasks via populate&lt;/li&gt;&#xa;&lt;li class=&quot;li1&quot;&gt;&lt;span class=&quot;Apple-converted-space&quot;&gt;&amp;nbsp;&lt;/span&gt;Aggregation pipeline to get task by Id&lt;/li&gt;&#xa;&lt;/ul&gt;&#xa;&lt;/ul&gt;" style="text;whiteSpace=wrap;html=1;fillColor=#dae8fc;strokeColor=#6c8ebf;" parent="1" vertex="1">
                    <mxGeometry x="-756.5" y="8126" width="398" height="574" as="geometry"/>
                </mxCell>
                <mxCell id="49" style="edgeStyle=none;html=1;entryX=0.533;entryY=0.009;entryDx=0;entryDy=0;entryPerimeter=0;" parent="1" source="45" target="48" edge="1">
                    <mxGeometry relative="1" as="geometry"/>
                </mxCell>
                <mxCell id="50" value="14" style="edgeLabel;html=1;align=center;verticalAlign=middle;resizable=0;points=[];" parent="49" vertex="1" connectable="0">
                    <mxGeometry x="-0.0742" relative="1" as="geometry">
                        <mxPoint as="offset"/>
                    </mxGeometry>
                </mxCell>
                <mxCell id="55" style="edgeStyle=none;html=1;" parent="1" source="51" target="54" edge="1">
                    <mxGeometry relative="1" as="geometry"/>
                </mxCell>
                <mxCell id="58" value="16" style="edgeLabel;html=1;align=center;verticalAlign=middle;resizable=0;points=[];" parent="55" vertex="1" connectable="0">
                    <mxGeometry x="-0.1831" relative="1" as="geometry">
                        <mxPoint as="offset"/>
                    </mxGeometry>
                </mxCell>
                <mxCell id="51" value="Section 23 - Mega project in backend with MongoDB&#xa;&lt;p class=&quot;p2&quot;&gt;&lt;br&gt;&lt;/p&gt;&#xa;&lt;p class=&quot;p2&quot;&gt;&lt;br&gt;&lt;/p&gt;&#xa;&lt;ul class=&quot;ul1&quot;&gt;&#xa;&lt;ul class=&quot;ul1&quot;&gt;&#xa;&lt;li class=&quot;li1&quot;&gt;Complete backend series -Launch&lt;/li&gt;&#xa;&lt;li class=&quot;li1&quot;&gt;Building web server with node and bun&lt;/li&gt;&#xa;&lt;li class=&quot;li1&quot;&gt;Express crash course&lt;span class=&quot;Apple-converted-space&quot;&gt;&amp;nbsp; &lt;/span&gt;with postman testing&lt;/li&gt;&#xa;&lt;li class=&quot;li1&quot;&gt;Write tests and documentation with Postman and deployment&lt;/li&gt;&#xa;&lt;li class=&quot;li1&quot;&gt;Advance logging with morgan and&lt;span class=&quot;Apple-converted-space&quot;&gt;&amp;nbsp; &lt;/span&gt;Winston&lt;span class=&quot;Apple-converted-space&quot;&gt;&amp;nbsp;&lt;/span&gt;&lt;/li&gt;&#xa;&lt;li class=&quot;li1&quot;&gt;From ida to database design&lt;/li&gt;&#xa;&lt;li class=&quot;li1&quot;&gt;Database design for videoTube.&lt;/li&gt;&#xa;&lt;li class=&quot;li1&quot;&gt;Backend project structure&lt;/li&gt;&#xa;&lt;li class=&quot;li1&quot;&gt;Connect database professionally in MERN&lt;/li&gt;&#xa;&lt;li class=&quot;li1&quot;&gt;Standardized&lt;span class=&quot;Apple-converted-space&quot;&gt;&amp;nbsp; &lt;/span&gt;error and response from server in MERN&lt;/li&gt;&#xa;&lt;li class=&quot;li1&quot;&gt;Healthcheck routes and testing with postman&lt;/li&gt;&#xa;&lt;li class=&quot;li1&quot;&gt;A guide&lt;span class=&quot;Apple-converted-space&quot;&gt;&amp;nbsp; &lt;/span&gt;to build models in MongoDB with aggregation plugin&lt;/li&gt;&#xa;&lt;li class=&quot;li1&quot;&gt;Hooks and methods in mongoose&lt;span class=&quot;Apple-converted-space&quot;&gt;&amp;nbsp; &lt;/span&gt;with JWT&lt;/li&gt;&#xa;&lt;li class=&quot;li1&quot;&gt;How to handle files&lt;span class=&quot;Apple-converted-space&quot;&gt;&amp;nbsp; &lt;/span&gt;in MERN Application&lt;span class=&quot;Apple-converted-space&quot;&gt;&amp;nbsp;&lt;/span&gt;&lt;/li&gt;&#xa;&lt;li class=&quot;li1&quot;&gt;Registration&lt;span class=&quot;Apple-converted-space&quot;&gt;&amp;nbsp; &lt;/span&gt;with ultimate&lt;span class=&quot;Apple-converted-space&quot;&gt;&amp;nbsp; &lt;/span&gt;debugging and refactoring&lt;/li&gt;&#xa;&lt;li class=&quot;li1&quot;&gt;How to write login controller in MERN Backend&lt;/li&gt;&#xa;&lt;li class=&quot;li1&quot;&gt;How to&lt;span class=&quot;Apple-converted-space&quot;&gt;&amp;nbsp; &lt;/span&gt;generate new fresh token&lt;span class=&quot;Apple-converted-space&quot;&gt;&amp;nbsp; &lt;/span&gt;in MERN Backend&lt;/li&gt;&#xa;&lt;li class=&quot;li1&quot;&gt;How to write middleware in MERN backend&lt;/li&gt;&#xa;&lt;li class=&quot;li1&quot;&gt;Practice CRUD in MERN backend&lt;/li&gt;&#xa;&lt;li class=&quot;li1&quot;&gt;How to get complex data with aggregation pipeline in MongoDB&lt;span class=&quot;Apple-converted-space&quot;&gt;&amp;nbsp;&lt;/span&gt;&lt;/li&gt;&#xa;&lt;li class=&quot;li1&quot;&gt;A postman assignment for you in routes&lt;/li&gt;&#xa;&lt;li class=&quot;li1&quot;&gt;Mega backend Project assignment&lt;/li&gt;&#xa;&lt;/ul&gt;&#xa;&lt;/ul&gt;" style="text;whiteSpace=wrap;html=1;fillColor=#dae8fc;strokeColor=#6c8ebf;" parent="1" vertex="1">
                    <mxGeometry x="-761" y="8884" width="449" height="975" as="geometry"/>
                </mxCell>
                <mxCell id="57" style="edgeStyle=none;html=1;exitX=0.5;exitY=1;exitDx=0;exitDy=0;" parent="1" source="54" target="56" edge="1">
                    <mxGeometry relative="1" as="geometry"/>
                </mxCell>
                <mxCell id="59" value="17" style="edgeLabel;html=1;align=center;verticalAlign=middle;resizable=0;points=[];" parent="57" vertex="1" connectable="0">
                    <mxGeometry x="0.0002" y="-2" relative="1" as="geometry">
                        <mxPoint as="offset"/>
                    </mxGeometry>
                </mxCell>
                <mxCell id="54" value="Section 24 - MongoDB advance aggregation&lt;span class=&quot;Apple-converted-space&quot;&gt;&amp;nbsp; &lt;/span&gt;pipelines&#xa;&lt;p class=&quot;p2&quot;&gt;&lt;br&gt;&lt;/p&gt;&#xa;&lt;ul class=&quot;ul1&quot;&gt;&#xa;&lt;ul class=&quot;ul1&quot;&gt;&#xa;&lt;li class=&quot;li1&quot;&gt;&lt;span class=&quot;Apple-converted-space&quot;&gt;&amp;nbsp;&lt;/span&gt;MongoDB aggregation stup&lt;/li&gt;&#xa;&lt;li class=&quot;li1&quot;&gt;Grouping in MongoDB&lt;/li&gt;&#xa;&lt;li class=&quot;li1&quot;&gt;Group sum and more&lt;span class=&quot;Apple-converted-space&quot;&gt;&amp;nbsp;&lt;/span&gt;&lt;/li&gt;&#xa;&lt;li class=&quot;li1&quot;&gt;Dealing with arrays in aggregation&lt;/li&gt;&#xa;&lt;li class=&quot;li1&quot;&gt;Match and project pipeline&lt;span class=&quot;Apple-converted-space&quot;&gt;&amp;nbsp;&lt;/span&gt;&lt;/li&gt;&#xa;&lt;li class=&quot;li1&quot;&gt;Match all operators&lt;span class=&quot;Apple-converted-space&quot;&gt;&amp;nbsp; &lt;/span&gt;of aggregation&lt;span class=&quot;Apple-converted-space&quot;&gt;&amp;nbsp;&lt;/span&gt;&lt;/li&gt;&#xa;&lt;li class=&quot;li1&quot;&gt;Lookup in MongoDB aggregation&lt;span class=&quot;Apple-converted-space&quot;&gt;&amp;nbsp;&lt;/span&gt;&lt;/li&gt;&#xa;&lt;/ul&gt;&#xa;&lt;/ul&gt;" style="text;whiteSpace=wrap;html=1;fillColor=#dae8fc;strokeColor=#6c8ebf;" parent="1" vertex="1">
                    <mxGeometry x="-686" y="10001" width="318" height="400" as="geometry"/>
                </mxCell>
                <mxCell id="61" style="edgeStyle=none;html=1;" parent="1" source="56" target="60" edge="1">
                    <mxGeometry relative="1" as="geometry"/>
                </mxCell>
                <mxCell id="62" value="18" style="edgeLabel;html=1;align=center;verticalAlign=middle;resizable=0;points=[];" parent="61" vertex="1" connectable="0">
                    <mxGeometry x="-0.2777" y="-2" relative="1" as="geometry">
                        <mxPoint as="offset"/>
                    </mxGeometry>
                </mxCell>
                <mxCell id="56" value="Section 25 - A mega course React&lt;span class=&quot;Apple-converted-space&quot;&gt;&amp;nbsp; &lt;/span&gt;with projects - 10 Projects&#xa;&lt;p class=&quot;p2&quot;&gt;&lt;br&gt;&lt;/p&gt;&#xa;&lt;ul class=&quot;ul1&quot;&gt;&#xa;&lt;ul class=&quot;ul1&quot;&gt;&#xa;&lt;li class=&quot;li1&quot;&gt;React Roadmap&lt;/li&gt;&#xa;&lt;li class=&quot;li1&quot;&gt;Create react projects&lt;/li&gt;&#xa;&lt;li class=&quot;li1&quot;&gt;&lt;span class=&quot;Apple-converted-space&quot;&gt;&amp;nbsp;&lt;/span&gt;Understand. The react flow and structure&lt;/li&gt;&#xa;&lt;li class=&quot;li1&quot;&gt;Create your own react library and JSX&lt;span class=&quot;Apple-converted-space&quot;&gt;&amp;nbsp;&lt;/span&gt;&lt;/li&gt;&#xa;&lt;li class=&quot;li1&quot;&gt;Why you need hooks and project&lt;/li&gt;&#xa;&lt;li class=&quot;li1&quot;&gt;Virtual DOM ,Fibre and reconciliation&lt;span class=&quot;Apple-converted-space&quot;&gt;&amp;nbsp;&lt;/span&gt;&lt;/li&gt;&#xa;&lt;li class=&quot;li1&quot;&gt;Tailwind and props in Reactjs&lt;/li&gt;&#xa;&lt;li class=&quot;li1&quot;&gt;Building&lt;span class=&quot;Apple-converted-space&quot;&gt;&amp;nbsp; &lt;/span&gt;a react project bgChanger&lt;/li&gt;&#xa;&lt;li class=&quot;li1&quot;&gt;useEffect ,useRef and useCallback with 1 project&lt;/li&gt;&#xa;&lt;li class=&quot;li1&quot;&gt;Custom hooks in react | Currency project&lt;/li&gt;&#xa;&lt;li class=&quot;li1&quot;&gt;React router crash course&lt;span class=&quot;Apple-converted-space&quot;&gt;&amp;nbsp;&lt;/span&gt;&lt;/li&gt;&#xa;&lt;li class=&quot;li1&quot;&gt;12 context API in fact | get the concept&lt;/li&gt;&#xa;&lt;li class=&quot;li1&quot;&gt;Build&lt;span class=&quot;Apple-converted-space&quot;&gt;&amp;nbsp; &lt;/span&gt;a dark mode light mode&lt;span class=&quot;Apple-converted-space&quot;&gt;&amp;nbsp; &lt;/span&gt;in reactJS with context api&lt;/li&gt;&#xa;&lt;li class=&quot;li1&quot;&gt;Context API with local storage&lt;span class=&quot;Apple-converted-space&quot;&gt;&amp;nbsp;&lt;/span&gt;&lt;/li&gt;&#xa;&lt;/ul&gt;&#xa;&lt;/ul&gt;" style="text;whiteSpace=wrap;html=1;fillColor=#dae8fc;strokeColor=#6c8ebf;" parent="1" vertex="1">
                    <mxGeometry x="-739" y="10599" width="413" height="644" as="geometry"/>
                </mxCell>
                <mxCell id="64" style="edgeStyle=none;html=1;" parent="1" source="60" target="63" edge="1">
                    <mxGeometry relative="1" as="geometry"/>
                </mxCell>
                <mxCell id="65" value="19" style="edgeLabel;html=1;align=center;verticalAlign=middle;resizable=0;points=[];" parent="64" vertex="1" connectable="0">
                    <mxGeometry x="-0.0641" y="-1" relative="1" as="geometry">
                        <mxPoint as="offset"/>
                    </mxGeometry>
                </mxCell>
                <UserObject label="Section 27 - Build&lt;span class=&quot;Apple-converted-space&quot;&gt;&amp;nbsp; &lt;/span&gt;a full stack QnA System&lt;span class=&quot;Apple-converted-space&quot;&gt;&amp;nbsp; &lt;/span&gt;with NextJS and Appwrite&#xa;&lt;p class=&quot;p2&quot;&gt;&lt;br&gt;&lt;/p&gt;&#xa;&lt;p class=&quot;p2&quot;&gt;&lt;br&gt;&lt;/p&gt;&#xa;&lt;ul class=&quot;ul1&quot;&gt;&#xa;&lt;ul class=&quot;ul1&quot;&gt;&#xa;&lt;li class=&quot;li1&quot;&gt;Building&lt;span class=&quot;Apple-converted-space&quot;&gt;&amp;nbsp; &lt;/span&gt;stack overflow clone with nexts and appwrite&lt;span class=&quot;Apple-converted-space&quot;&gt;&amp;nbsp;&lt;/span&gt;&lt;/li&gt;&#xa;&lt;li class=&quot;li1&quot;&gt;Let’s Build stack overflow with next.js&lt;span class=&quot;Apple-converted-space&quot;&gt;&amp;nbsp; &lt;/span&gt;and Appwrite&lt;span class=&quot;Apple-converted-space&quot;&gt;&amp;nbsp;&lt;/span&gt;&lt;/li&gt;&#xa;&lt;li class=&quot;li1&quot;&gt;Appwrite and next.js setup for full stack project&lt;/li&gt;&#xa;&lt;li class=&quot;li1&quot;&gt;Data modeling in appwrite with node SDK&lt;/li&gt;&#xa;&lt;li class=&quot;li1&quot;&gt;Zustand in Next.js with perstiant storage&lt;/li&gt;&#xa;&lt;li class=&quot;li1&quot;&gt;Appwrite Next.js&lt;span class=&quot;Apple-converted-space&quot;&gt;&amp;nbsp; &lt;/span&gt;Zustand Auth crash course&lt;/li&gt;&#xa;&lt;li class=&quot;li1&quot;&gt;Handle User prefs in Appwrite&lt;span class=&quot;Apple-converted-space&quot;&gt;&amp;nbsp;&lt;/span&gt;&lt;/li&gt;&#xa;&lt;li class=&quot;li1&quot;&gt;Complex upvote and downvote, Review of components&lt;span class=&quot;Apple-converted-space&quot;&gt;&amp;nbsp; &lt;/span&gt;for stack overflow , Project&lt;/li&gt;&#xa;&lt;/ul&gt;&#xa;&lt;/ul&gt;" link="Section 27 - Build&lt;span class=&quot;Apple-converted-space&quot;&gt;&amp;nbsp; &lt;/span&gt;a full stack QnA System&lt;span class=&quot;Apple-converted-space&quot;&gt;&amp;nbsp; &lt;/span&gt;with NextJS and Appwrite&#xa;&lt;p class=&quot;p2&quot;&gt;&lt;br&gt;&lt;/p&gt;&#xa;&lt;p class=&quot;p2&quot;&gt;&lt;br&gt;&lt;/p&gt;&#xa;&lt;ul class=&quot;ul1&quot;&gt;&#xa;&lt;ul class=&quot;ul1&quot;&gt;&#xa;&lt;li class=&quot;li1&quot;&gt;Building&lt;span class=&quot;Apple-converted-space&quot;&gt;&amp;nbsp; &lt;/span&gt;stack overflow clone with nexts and appwrite&lt;span class=&quot;Apple-converted-space&quot;&gt;&amp;nbsp;&lt;/span&gt;&lt;/li&gt;&#xa;&lt;li class=&quot;li1&quot;&gt;Let’s Build stack overflow with next.js&lt;span class=&quot;Apple-converted-space&quot;&gt;&amp;nbsp; &lt;/span&gt;and Appwrite&lt;span class=&quot;Apple-converted-space&quot;&gt;&amp;nbsp;&lt;/span&gt;&lt;/li&gt;&#xa;&lt;li class=&quot;li1&quot;&gt;Appwrite and next.js setup for full stack project&lt;/li&gt;&#xa;&lt;li class=&quot;li1&quot;&gt;Data modeling in appwrite with node SDK&lt;/li&gt;&#xa;&lt;li class=&quot;li1&quot;&gt;Zustand in Next.js with perstiant storage&lt;/li&gt;&#xa;&lt;li class=&quot;li1&quot;&gt;Appwrite Next.js&lt;span class=&quot;Apple-converted-space&quot;&gt;&amp;nbsp; &lt;/span&gt;Zustand Auth crash course&lt;/li&gt;&#xa;&lt;li class=&quot;li1&quot;&gt;Handle User prefs in Appwrite&lt;span class=&quot;Apple-converted-space&quot;&gt;&amp;nbsp;&lt;/span&gt;&lt;/li&gt;&#xa;&lt;li class=&quot;li1&quot;&gt;Complex upvote and downvote, Review of components&lt;span class=&quot;Apple-converted-space&quot;&gt;&amp;nbsp; &lt;/span&gt;for stack overflow , Project&lt;/li&gt;&#xa;&lt;/ul&gt;&#xa;&lt;/ul&gt;" id="60">
                    <mxCell style="text;whiteSpace=wrap;html=1;fillColor=#dae8fc;strokeColor=#6c8ebf;" parent="1" vertex="1">
                        <mxGeometry x="-810" y="11488" width="550" height="488" as="geometry"/>
                    </mxCell>
                </UserObject>
                <mxCell id="67" style="edgeStyle=none;html=1;entryX=0.5;entryY=0;entryDx=0;entryDy=0;fillColor=#dae8fc;strokeColor=#6c8ebf;" parent="1" source="63" target="66" edge="1">
                    <mxGeometry relative="1" as="geometry"/>
                </mxCell>
                <mxCell id="68" value="20" style="edgeLabel;html=1;align=center;verticalAlign=middle;resizable=0;points=[];" parent="67" vertex="1" connectable="0">
                    <mxGeometry x="-0.2111" y="1" relative="1" as="geometry">
                        <mxPoint as="offset"/>
                    </mxGeometry>
                </mxCell>
                <mxCell id="63" value="Section 28 - Deploy&#xa;&lt;p class=&quot;p2&quot;&gt;&lt;br&gt;&lt;/p&gt;&#xa;&lt;ul class=&quot;ul1&quot;&gt;&#xa;&lt;ul class=&quot;ul1&quot;&gt;&#xa;&lt;li class=&quot;li1&quot;&gt;Deploy- A series of deployment&lt;span class=&quot;Apple-converted-space&quot;&gt;&amp;nbsp; &lt;/span&gt;code&lt;span class=&quot;Apple-converted-space&quot;&gt;&amp;nbsp;&lt;/span&gt;&lt;/li&gt;&#xa;&lt;li class=&quot;li1&quot;&gt;How to setup VPC for deployment&lt;span class=&quot;Apple-converted-space&quot;&gt;&amp;nbsp;&lt;/span&gt;&lt;/li&gt;&#xa;&lt;li class=&quot;li1&quot;&gt;How to configure ngnix on VPS for the 1st time&lt;span class=&quot;Apple-converted-space&quot;&gt;&amp;nbsp;&lt;/span&gt;&lt;/li&gt;&#xa;&lt;li class=&quot;li1&quot;&gt;How to add rate limiting in ngnix&lt;/li&gt;&#xa;&lt;li class=&quot;li1&quot;&gt;05 How to Configure domain to VPS&lt;/li&gt;&#xa;&lt;li class=&quot;li1&quot;&gt;How to install a SSL on ngnix&lt;span class=&quot;Apple-converted-space&quot;&gt;&amp;nbsp; &lt;/span&gt;on Ubuntu&lt;/li&gt;&#xa;&lt;li class=&quot;li1&quot;&gt;How to deploy&lt;span class=&quot;Apple-converted-space&quot;&gt;&amp;nbsp; &lt;/span&gt;node api with ngnix on VPS&lt;/li&gt;&#xa;&lt;li class=&quot;li1&quot;&gt;Your Vercel on VPS -Coolify&lt;/li&gt;&#xa;&lt;/ul&gt;&#xa;&lt;/ul&gt;" style="text;whiteSpace=wrap;html=1;fillColor=#dae8fc;strokeColor=#6c8ebf;" parent="1" vertex="1">
                    <mxGeometry x="-704" y="12179" width="360" height="435" as="geometry"/>
                </mxCell>
                <mxCell id="70" style="edgeStyle=none;html=1;entryX=0.5;entryY=0;entryDx=0;entryDy=0;" parent="1" source="66" target="69" edge="1">
                    <mxGeometry relative="1" as="geometry"/>
                </mxCell>
                <mxCell id="71" value="21" style="edgeLabel;html=1;align=center;verticalAlign=middle;resizable=0;points=[];" parent="70" vertex="1" connectable="0">
                    <mxGeometry x="-0.2473" y="-2" relative="1" as="geometry">
                        <mxPoint as="offset"/>
                    </mxGeometry>
                </mxCell>
                <UserObject label="Section 29 - Building AI powered SAAS with NextJS, Prisma ,NeonDB&#xa;&lt;p class=&quot;p2&quot;&gt;&lt;br&gt;&lt;/p&gt;&#xa;&lt;p class=&quot;p2&quot;&gt;&lt;br&gt;&lt;/p&gt;&#xa;&lt;ul class=&quot;ul1&quot;&gt;&#xa;&lt;ul class=&quot;ul1&quot;&gt;&#xa;&lt;li class=&quot;li1&quot;&gt;Let’s Build AI powered. SAAS with Next.js and wloudinary&lt;/li&gt;&#xa;&lt;li class=&quot;li1&quot;&gt;How to configure middleware for clerk auth&lt;/li&gt;&#xa;&lt;li class=&quot;li1&quot;&gt;How to setup&lt;span class=&quot;Apple-converted-space&quot;&gt;&amp;nbsp; &lt;/span&gt;clerk auth in Next.js&lt;/li&gt;&#xa;&lt;li class=&quot;li1&quot;&gt;Setup Prisma with neaonDB for your SAAS&lt;/li&gt;&#xa;&lt;li class=&quot;li1&quot;&gt;How to upload anything on cloudinary Next.js image component&lt;/li&gt;&#xa;&lt;li class=&quot;li1&quot;&gt;How to handle&lt;span class=&quot;Apple-converted-space&quot;&gt;&amp;nbsp; &lt;/span&gt;video upload in Next.js&lt;/li&gt;&#xa;&lt;li class=&quot;li1&quot;&gt;Smart video preview with culinary AI&lt;/li&gt;&#xa;&lt;li class=&quot;li1&quot;&gt;09 Final sum- up and the feature recommendation&lt;/li&gt;&#xa;&lt;/ul&gt;&#xa;&lt;/ul&gt;" link="Section 29 - Building AI powered SAAS with NextJS, Prisma ,NeonDB&#xa;&lt;p class=&quot;p2&quot;&gt;&lt;br&gt;&lt;/p&gt;&#xa;&lt;p class=&quot;p2&quot;&gt;&lt;br&gt;&lt;/p&gt;&#xa;&lt;ul class=&quot;ul1&quot;&gt;&#xa;&lt;ul class=&quot;ul1&quot;&gt;&#xa;&lt;li class=&quot;li1&quot;&gt;Let’s Build AI powered. SAAS with Next.js and wloudinary&lt;/li&gt;&#xa;&lt;li class=&quot;li1&quot;&gt;How to configure middleware for clerk auth&lt;/li&gt;&#xa;&lt;li class=&quot;li1&quot;&gt;How to setup&lt;span class=&quot;Apple-converted-space&quot;&gt;&amp;nbsp; &lt;/span&gt;clerk auth in Next.js&lt;/li&gt;&#xa;&lt;li class=&quot;li1&quot;&gt;Setup Prisma with neaonDB for your SAAS&lt;/li&gt;&#xa;&lt;li class=&quot;li1&quot;&gt;How to upload anything on cloudinary Next.js image component&lt;/li&gt;&#xa;&lt;li class=&quot;li1&quot;&gt;How to handle&lt;span class=&quot;Apple-converted-space&quot;&gt;&amp;nbsp; &lt;/span&gt;video upload in Next.js&lt;/li&gt;&#xa;&lt;li class=&quot;li1&quot;&gt;Smart video preview with culinary AI&lt;/li&gt;&#xa;&lt;li class=&quot;li1&quot;&gt;09 Final sum- up and the feature recommendation&lt;/li&gt;&#xa;&lt;/ul&gt;&#xa;&lt;/ul&gt;" id="66">
                    <mxCell style="text;whiteSpace=wrap;html=1;fillColor=#dae8fc;strokeColor=#6c8ebf;" parent="1" vertex="1">
                        <mxGeometry x="-747.5" y="12794" width="447" height="488" as="geometry"/>
                    </mxCell>
                </UserObject>
                <mxCell id="73" style="edgeStyle=none;html=1;" parent="1" source="69" target="72" edge="1">
                    <mxGeometry relative="1" as="geometry"/>
                </mxCell>
                <mxCell id="74" value="22" style="edgeLabel;html=1;align=center;verticalAlign=middle;resizable=0;points=[];" parent="73" vertex="1" connectable="0">
                    <mxGeometry x="-0.2623" y="-1" relative="1" as="geometry">
                        <mxPoint as="offset"/>
                    </mxGeometry>
                </mxCell>
                <mxCell id="69" value="Section 30 - Master SQL for web developers | Mysql and Prostgresql&#xa;&lt;p class=&quot;p2&quot;&gt;&lt;br&gt;&lt;/p&gt;&#xa;&lt;p class=&quot;p2&quot;&gt;&lt;br&gt;&lt;/p&gt;&#xa;&lt;ul class=&quot;ul1&quot;&gt;&#xa;&lt;ul class=&quot;ul1&quot;&gt;&#xa;&lt;li class=&quot;li1&quot;&gt;Introduction to SQL for web developers&lt;span class=&quot;Apple-converted-space&quot;&gt;&amp;nbsp;&lt;/span&gt;&lt;/li&gt;&#xa;&lt;li class=&quot;li1&quot;&gt;SQL Terminologies&lt;span class=&quot;Apple-converted-space&quot;&gt;&amp;nbsp;&lt;/span&gt;&lt;/li&gt;&#xa;&lt;li class=&quot;li1&quot;&gt;MYSQL postgresql and sqlite in real world&lt;/li&gt;&#xa;&lt;li class=&quot;li1&quot;&gt;How to install&lt;span class=&quot;Apple-converted-space&quot;&gt;&amp;nbsp; &lt;/span&gt;Postgresql on a local machine&lt;/li&gt;&#xa;&lt;li class=&quot;li1&quot;&gt;A tour of PGAdmin 4 of postgresql&lt;/li&gt;&#xa;&lt;li class=&quot;li1&quot;&gt;MySQL and mySQL&lt;span class=&quot;Apple-converted-space&quot;&gt;&amp;nbsp; &lt;/span&gt;workbench&lt;span class=&quot;Apple-converted-space&quot;&gt;&amp;nbsp; &lt;/span&gt;installation and Tour&lt;/li&gt;&#xa;&lt;li class=&quot;li1&quot;&gt;SQL Extension for VSCode&lt;/li&gt;&#xa;&lt;li class=&quot;li1&quot;&gt;A complete&lt;span class=&quot;Apple-converted-space&quot;&gt;&amp;nbsp; &lt;/span&gt;crash course on CRUD operation&lt;span class=&quot;Apple-converted-space&quot;&gt;&amp;nbsp;&lt;/span&gt;&lt;/li&gt;&#xa;&lt;li class=&quot;li1&quot;&gt;Entity Relationship&lt;span class=&quot;Apple-converted-space&quot;&gt;&amp;nbsp; &lt;/span&gt;diagrams in depth&lt;/li&gt;&#xa;&lt;li class=&quot;li1&quot;&gt;DDL - CREATE ALTER DROP TRUNCATE and RENAME&lt;/li&gt;&#xa;&lt;li class=&quot;li1&quot;&gt;DML - INSERT UPDATE DELETE and SELECT&lt;/li&gt;&#xa;&lt;li class=&quot;li1&quot;&gt;DCL - GRANT and REVOKE access to database&lt;span class=&quot;Apple-converted-space&quot;&gt;&amp;nbsp;&lt;/span&gt;&lt;/li&gt;&#xa;&lt;li class=&quot;li1&quot;&gt;TCL - BEGIN COMMIT ROLLBACK and SAVEPOINT&lt;/li&gt;&#xa;&lt;li class=&quot;li1&quot;&gt;DTO&lt;span class=&quot;Apple-converted-space&quot;&gt;&amp;nbsp; &lt;/span&gt;and QQL in SQL&lt;/li&gt;&#xa;&lt;li class=&quot;li1&quot;&gt;First normal form of database&lt;/li&gt;&#xa;&lt;li class=&quot;li1&quot;&gt;Second and Third Normal form&lt;span class=&quot;Apple-converted-space&quot;&gt;&amp;nbsp;&lt;/span&gt;&lt;/li&gt;&#xa;&lt;li class=&quot;li1&quot;&gt;Concept of Join and inner Join&lt;/li&gt;&#xa;&lt;li class=&quot;li1&quot;&gt;LEFT RIGHT OUTER and cross Joins are so easy now&lt;/li&gt;&#xa;&lt;li class=&quot;li1&quot;&gt;Aggregate Function and Inner Queries&lt;span class=&quot;Apple-converted-space&quot;&gt;&amp;nbsp;&lt;/span&gt;&lt;/li&gt;&#xa;&lt;li class=&quot;li1&quot;&gt;Moving toward ORM - PRISMA and DRIZZLE&lt;/li&gt;&#xa;&lt;/ul&gt;&#xa;&lt;/ul&gt;" style="text;whiteSpace=wrap;html=1;fillColor=#dae8fc;strokeColor=#6c8ebf;" parent="1" vertex="1">
                    <mxGeometry x="-733" y="13476" width="414" height="905" as="geometry"/>
                </mxCell>
                <mxCell id="76" style="edgeStyle=none;html=1;" parent="1" source="72" target="75" edge="1">
                    <mxGeometry relative="1" as="geometry"/>
                </mxCell>
                <mxCell id="83" value="23" style="edgeLabel;html=1;align=center;verticalAlign=middle;resizable=0;points=[];" parent="76" vertex="1" connectable="0">
                    <mxGeometry x="-0.3218" y="-1" relative="1" as="geometry">
                        <mxPoint as="offset"/>
                    </mxGeometry>
                </mxCell>
                <mxCell id="72" value="Section 31 -Event Driven&lt;span class=&quot;Apple-converted-space&quot;&gt;&amp;nbsp; &lt;/span&gt;Architecture&lt;span class=&quot;Apple-converted-space&quot;&gt;&amp;nbsp; &lt;/span&gt;- Full Stack Project&lt;span class=&quot;Apple-converted-space&quot;&gt;&amp;nbsp;&lt;/span&gt;&#xa;&lt;p class=&quot;p2&quot;&gt;&lt;br&gt;&lt;/p&gt;&#xa;&lt;p class=&quot;p2&quot;&gt;&lt;br&gt;&lt;/p&gt;&#xa;&lt;ul class=&quot;ul1&quot;&gt;&#xa;&lt;ul class=&quot;ul1&quot;&gt;&#xa;&lt;li class=&quot;li1&quot;&gt;Lets build a SAAS starter template with Clerk and NextJS&lt;/li&gt;&#xa;&lt;li class=&quot;li1&quot;&gt;Event Driven Architecture - A guide on Clerk webhooks&lt;/li&gt;&#xa;&lt;li class=&quot;li1&quot;&gt;Handle NeonDB (Postgresql) with NextJS&lt;/li&gt;&#xa;&lt;li class=&quot;li1&quot;&gt;How to handle Custom Signup Flow in Clerk&lt;/li&gt;&#xa;&lt;li class=&quot;li1&quot;&gt;Clerk Middleware guide for Role based&lt;span class=&quot;Apple-converted-space&quot;&gt;&amp;nbsp; &lt;/span&gt;access&lt;span class=&quot;Apple-converted-space&quot;&gt;&amp;nbsp;&lt;/span&gt;&lt;/li&gt;&#xa;&lt;li class=&quot;li1&quot;&gt;Crash course&lt;span class=&quot;Apple-converted-space&quot;&gt;&amp;nbsp; &lt;/span&gt;on Handling webHooks - Clerk Webhooks&lt;/li&gt;&#xa;&lt;li class=&quot;li1&quot;&gt;A crash course on prisma CRUD and Pagination&lt;/li&gt;&#xa;&lt;li class=&quot;li1&quot;&gt;Handling API calls in frontend in NextJS&lt;/li&gt;&#xa;&lt;/ul&gt;&#xa;&lt;/ul&gt;" style="text;whiteSpace=wrap;html=1;fillColor=#dae8fc;strokeColor=#6c8ebf;" parent="1" vertex="1">
                    <mxGeometry x="-739" y="14522" width="413" height="488" as="geometry"/>
                </mxCell>
                <mxCell id="78" style="edgeStyle=none;html=1;" parent="1" source="75" target="77" edge="1">
                    <mxGeometry relative="1" as="geometry"/>
                </mxCell>
                <mxCell id="84" value="24" style="edgeLabel;html=1;align=center;verticalAlign=middle;resizable=0;points=[];" parent="78" vertex="1" connectable="0">
                    <mxGeometry x="-0.1174" y="-2" relative="1" as="geometry">
                        <mxPoint as="offset"/>
                    </mxGeometry>
                </mxCell>
                <mxCell id="75" value="Section 32 - Master Fastify Framework. By building a complete backend&lt;span class=&quot;Apple-converted-space&quot;&gt;&amp;nbsp; &lt;/span&gt;with Authentication&lt;span class=&quot;Apple-converted-space&quot;&gt;&amp;nbsp;&lt;/span&gt;&#xa;&lt;p class=&quot;p2&quot;&gt;&lt;br&gt;&lt;/p&gt;&#xa;&lt;ul class=&quot;ul1&quot;&gt;&#xa;&lt;ul class=&quot;ul1&quot;&gt;&#xa;&lt;li class=&quot;li1&quot;&gt;A complete backend project on Fastify&lt;/li&gt;&#xa;&lt;li class=&quot;li1&quot;&gt;Reading Fastify docs together&lt;/li&gt;&#xa;&lt;li class=&quot;li1&quot;&gt;Fastify server and plugin ecosystem&lt;/li&gt;&#xa;&lt;li class=&quot;li1&quot;&gt;Building your own plugins in Fastify&lt;/li&gt;&#xa;&lt;li class=&quot;li1&quot;&gt;User authentication and fustily jet plugins with middleware&lt;/li&gt;&#xa;&lt;li class=&quot;li1&quot;&gt;Learn about straws in nodes and Fastify file handling&lt;/li&gt;&#xa;&lt;/ul&gt;&#xa;&lt;/ul&gt;" style="text;whiteSpace=wrap;html=1;fillColor=#dae8fc;strokeColor=#6c8ebf;" parent="1" vertex="1">
                    <mxGeometry x="-780" y="15181" width="520" height="365" as="geometry"/>
                </mxCell>
                <mxCell id="80" style="edgeStyle=none;html=1;" parent="1" source="77" target="79" edge="1">
                    <mxGeometry relative="1" as="geometry"/>
                </mxCell>
                <mxCell id="85" value="25" style="edgeLabel;html=1;align=center;verticalAlign=middle;resizable=0;points=[];" parent="80" vertex="1" connectable="0">
                    <mxGeometry x="-0.025" relative="1" as="geometry">
                        <mxPoint as="offset"/>
                    </mxGeometry>
                </mxCell>
                <mxCell id="77" value="Section 33 - Secure LMS with Payment gateway for senior developers&#xa;&lt;p class=&quot;p2&quot;&gt;&lt;br&gt;&lt;/p&gt;&#xa;&lt;ul class=&quot;ul1&quot;&gt;&#xa;&lt;ul class=&quot;ul1&quot;&gt;&#xa;&lt;li class=&quot;li1&quot;&gt;A challenge for you in building logic&lt;/li&gt;&#xa;&lt;li class=&quot;li1&quot;&gt;Building&lt;span class=&quot;Apple-converted-space&quot;&gt;&amp;nbsp; &lt;/span&gt;score LMS&lt;span class=&quot;Apple-converted-space&quot;&gt;&amp;nbsp; &lt;/span&gt;with payment gateway&lt;/li&gt;&#xa;&lt;li class=&quot;li1&quot;&gt;Development staging and&lt;span class=&quot;Apple-converted-space&quot;&gt;&amp;nbsp; &lt;/span&gt;production mode&lt;/li&gt;&#xa;&lt;li class=&quot;li1&quot;&gt;Adding production level loggers and error handlers&lt;/li&gt;&#xa;&lt;li class=&quot;li1&quot;&gt;Protecting your application with sql css and other attacks&lt;span class=&quot;Apple-converted-space&quot;&gt;&amp;nbsp;&lt;/span&gt;&lt;/li&gt;&#xa;&lt;li class=&quot;li1&quot;&gt;Handle database connection like senior dev&lt;/li&gt;&#xa;&lt;li class=&quot;li1&quot;&gt;Mongoose with virtual and hooks&lt;span class=&quot;Apple-converted-space&quot;&gt;&amp;nbsp;&lt;/span&gt;&lt;/li&gt;&#xa;&lt;li class=&quot;li1&quot;&gt;Course&lt;span class=&quot;Apple-converted-space&quot;&gt;&amp;nbsp; &lt;/span&gt;and lecture models with hooks and virtual&lt;/li&gt;&#xa;&lt;li class=&quot;li1&quot;&gt;Indexing of document fields&lt;span class=&quot;Apple-converted-space&quot;&gt;&amp;nbsp; &lt;/span&gt;in mongoldb&lt;/li&gt;&#xa;&lt;li class=&quot;li1&quot;&gt;Multer cloudinary and jsonwebtokens&lt;/li&gt;&#xa;&lt;li class=&quot;li1&quot;&gt;Health&lt;span class=&quot;Apple-converted-space&quot;&gt;&amp;nbsp; &lt;/span&gt;check routes are important for AWS loadbalancers&lt;/li&gt;&#xa;&lt;li class=&quot;li1&quot;&gt;Populated , middleware&lt;span class=&quot;Apple-converted-space&quot;&gt;&amp;nbsp; &lt;/span&gt;and virtual&lt;span class=&quot;Apple-converted-space&quot;&gt;&amp;nbsp; &lt;/span&gt;fields&lt;span class=&quot;Apple-converted-space&quot;&gt;&amp;nbsp;&lt;/span&gt;&lt;/li&gt;&#xa;&lt;li class=&quot;li1&quot;&gt;Populate , middleware and virtual fields&lt;/li&gt;&#xa;&lt;li class=&quot;li1&quot;&gt;Centralised&lt;span class=&quot;Apple-converted-space&quot;&gt;&amp;nbsp; &lt;/span&gt;validation&lt;span class=&quot;Apple-converted-space&quot;&gt;&amp;nbsp; &lt;/span&gt;in backend&lt;/li&gt;&#xa;&lt;li class=&quot;li1&quot;&gt;Theory behind payment getaway integration.&lt;/li&gt;&#xa;&lt;li class=&quot;li1&quot;&gt;Razorpay order creation and verification&lt;span class=&quot;Apple-converted-space&quot;&gt;&amp;nbsp;&lt;/span&gt;&lt;/li&gt;&#xa;&lt;/ul&gt;&#xa;&lt;/ul&gt;" style="text;whiteSpace=wrap;html=1;fillColor=#dae8fc;strokeColor=#6c8ebf;" parent="1" vertex="1">
                    <mxGeometry x="-716.5" y="15734" width="416" height="713" as="geometry"/>
                </mxCell>
                <mxCell id="82" style="edgeStyle=none;html=1;" parent="1" source="79" target="81" edge="1">
                    <mxGeometry relative="1" as="geometry"/>
                </mxCell>
                <mxCell id="86" value="26" style="edgeLabel;html=1;align=center;verticalAlign=middle;resizable=0;points=[];" parent="82" vertex="1" connectable="0">
                    <mxGeometry x="-0.1797" y="1" relative="1" as="geometry">
                        <mxPoint as="offset"/>
                    </mxGeometry>
                </mxCell>
                <mxCell id="79" value="Section 34 - Docker&lt;span class=&quot;Apple-converted-space&quot;&gt;&amp;nbsp; &lt;/span&gt;and containers for web developers&#xa;&lt;p class=&quot;p2&quot;&gt;&lt;br&gt;&lt;/p&gt;&#xa;&lt;ul class=&quot;ul1&quot;&gt;&#xa;&lt;ul class=&quot;ul1&quot;&gt;&#xa;&lt;li class=&quot;li1&quot;&gt;Foundation of containers&lt;span class=&quot;Apple-converted-space&quot;&gt;&amp;nbsp;&lt;/span&gt;&lt;/li&gt;&#xa;&lt;li class=&quot;li1&quot;&gt;Containers Vs Virtual Machines&lt;span class=&quot;Apple-converted-space&quot;&gt;&amp;nbsp;&lt;/span&gt;&lt;/li&gt;&#xa;&lt;li class=&quot;li1&quot;&gt;Why developers. Should use containers&lt;/li&gt;&#xa;&lt;li class=&quot;li1&quot;&gt;Install docker on linux&lt;/li&gt;&#xa;&lt;li class=&quot;li1&quot;&gt;Install docker on Mac&lt;/li&gt;&#xa;&lt;li class=&quot;li1&quot;&gt;Run your first. Container&lt;/li&gt;&#xa;&lt;li class=&quot;li1&quot;&gt;Docker CLI commands&lt;/li&gt;&#xa;&lt;li class=&quot;li1&quot;&gt;Key docker concepts: Images, Containers,Dockerfiles&lt;/li&gt;&#xa;&lt;li class=&quot;li1&quot;&gt;Writing a Dockerfile and building a container image&lt;/li&gt;&#xa;&lt;li class=&quot;li1&quot;&gt;Managing containers: Running, Stopping ,Removing&lt;/li&gt;&#xa;&lt;li class=&quot;li1&quot;&gt;Containerizing a simple node’s app&lt;/li&gt;&#xa;&lt;li class=&quot;li1&quot;&gt;Docker multi-stage build&lt;/li&gt;&#xa;&lt;/ul&gt;&#xa;&lt;/ul&gt;" style="text;whiteSpace=wrap;html=1;fillColor=#dae8fc;strokeColor=#6c8ebf;" parent="1" vertex="1">
                    <mxGeometry x="-704" y="16607" width="393" height="574" as="geometry"/>
                </mxCell>
                <UserObject label="Section 36 - Building&lt;span class=&quot;Apple-converted-space&quot;&gt;&amp;nbsp; &lt;/span&gt;a Vide&lt;span class=&quot;Apple-converted-space&quot;&gt;&amp;nbsp; &lt;/span&gt;code editor -NextJS + AI full stack project&#xa;&lt;p class=&quot;p2&quot;&gt;&lt;br&gt;&lt;/p&gt;&#xa;&lt;ul class=&quot;ul1&quot;&gt;&#xa;&lt;ul class=&quot;ul1&quot;&gt;&#xa;&lt;li class=&quot;li1&quot;&gt;Introduction to this Project and why it exists&lt;/li&gt;&#xa;&lt;li class=&quot;li1&quot;&gt;Next.js Setup made easy | Kickstart your Fullstack Journey&lt;/li&gt;&#xa;&lt;li class=&quot;li1&quot;&gt;Initialize Prisma and connect to MongoDB | Step by step guide&lt;/li&gt;&#xa;&lt;li class=&quot;li1&quot;&gt;Next.Js Authentication Setup | Google&lt;span class=&quot;Apple-converted-space&quot;&gt;&amp;nbsp; &lt;/span&gt;&amp;amp; Github OAuth Guide&lt;/li&gt;&#xa;&lt;li class=&quot;li1&quot;&gt;Building Authentication Logic with Prisma Schema&lt;/li&gt;&#xa;&lt;li class=&quot;li1&quot;&gt;Implementing Sigin in jwt sessions&lt;span class=&quot;Apple-converted-space&quot;&gt;&amp;nbsp;&lt;/span&gt;&lt;/li&gt;&#xa;&lt;li class=&quot;li1&quot;&gt;Implementing sigin in UI&lt;/li&gt;&#xa;&lt;li class=&quot;li1&quot;&gt;Implementing signing in UI part2&lt;/li&gt;&#xa;&lt;li class=&quot;li1&quot;&gt;Implenting sign in UI part2&lt;/li&gt;&#xa;&lt;li class=&quot;li1&quot;&gt;Implementing sign in UI part 3&lt;/li&gt;&#xa;&lt;li class=&quot;li1&quot;&gt;Landing page Design&lt;/li&gt;&#xa;&lt;li class=&quot;li1&quot;&gt;Building&lt;span class=&quot;Apple-converted-space&quot;&gt;&amp;nbsp; &lt;/span&gt;a dashboard UI&lt;/li&gt;&#xa;&lt;li class=&quot;li1&quot;&gt;Template selecting modal&lt;/li&gt;&#xa;&lt;li class=&quot;li1&quot;&gt;Playground&lt;span class=&quot;Apple-converted-space&quot;&gt;&amp;nbsp; &lt;/span&gt;functionality 1&lt;/li&gt;&#xa;&lt;li class=&quot;li1&quot;&gt;Playground functionality 2&lt;/li&gt;&#xa;&lt;li class=&quot;li1&quot;&gt;Playground Functionality 3&lt;/li&gt;&#xa;&lt;li class=&quot;li1&quot;&gt;File explorer part 1&lt;/li&gt;&#xa;&lt;li class=&quot;li1&quot;&gt;File explorer part 2&lt;/li&gt;&#xa;&lt;li class=&quot;li1&quot;&gt;Monaco editor part 1&lt;/li&gt;&#xa;&lt;li class=&quot;li1&quot;&gt;Monaco editor part 2&lt;/li&gt;&#xa;&lt;li class=&quot;li1&quot;&gt;Monaco editor part 3&lt;/li&gt;&#xa;&lt;li class=&quot;li1&quot;&gt;Webcontainers part 1&lt;/li&gt;&#xa;&lt;li class=&quot;li1&quot;&gt;Webcontaieners part 2&lt;/li&gt;&#xa;&lt;li class=&quot;li1&quot;&gt;IDE Features&lt;span class=&quot;Apple-converted-space&quot;&gt;&amp;nbsp;&lt;/span&gt;&lt;/li&gt;&#xa;&lt;li class=&quot;li1&quot;&gt;Ollama setup 1&lt;span class=&quot;Apple-converted-space&quot;&gt;&amp;nbsp;&lt;/span&gt;&lt;/li&gt;&#xa;&lt;li class=&quot;li1&quot;&gt;Ollama setup 2&lt;/li&gt;&#xa;&lt;li class=&quot;li1&quot;&gt;AI module Part 1 part a&lt;/li&gt;&#xa;&lt;li class=&quot;li1&quot;&gt;AI Moduler Part 1 part b&lt;/li&gt;&#xa;&lt;li class=&quot;li1&quot;&gt;AI Module Part 1 part c&lt;/li&gt;&#xa;&lt;li class=&quot;li1&quot;&gt;AI Module Part 2 part a&lt;/li&gt;&#xa;&lt;li class=&quot;li1&quot;&gt;AI Module Part 2 part b&lt;/li&gt;&#xa;&lt;li class=&quot;li1&quot;&gt;Assigment Discussion&lt;span class=&quot;Apple-converted-space&quot;&gt;&amp;nbsp;&lt;/span&gt;&lt;/li&gt;&#xa;&lt;/ul&gt;&#xa;&lt;/ul&gt;" link="Section 36 - Building&lt;span class=&quot;Apple-converted-space&quot;&gt;&amp;nbsp; &lt;/span&gt;a Vide&lt;span class=&quot;Apple-converted-space&quot;&gt;&amp;nbsp; &lt;/span&gt;code editor -NextJS + AI full stack project&#xa;&lt;p class=&quot;p2&quot;&gt;&lt;br&gt;&lt;/p&gt;&#xa;&lt;ul class=&quot;ul1&quot;&gt;&#xa;&lt;ul class=&quot;ul1&quot;&gt;&#xa;&lt;li class=&quot;li1&quot;&gt;Introduction to this Project and why it exists&lt;/li&gt;&#xa;&lt;li class=&quot;li1&quot;&gt;Next.js Setup made easy | Kickstart your Fullstack Journey&lt;/li&gt;&#xa;&lt;li class=&quot;li1&quot;&gt;Initialize Prisma and connect to MongoDB | Step by step guide&lt;/li&gt;&#xa;&lt;li class=&quot;li1&quot;&gt;Next.Js Authentication Setup | Google&lt;span class=&quot;Apple-converted-space&quot;&gt;&amp;nbsp; &lt;/span&gt;&amp;amp; Github OAuth Guide&lt;/li&gt;&#xa;&lt;li class=&quot;li1&quot;&gt;Building Authentication Logic with Prisma Schema&lt;/li&gt;&#xa;&lt;li class=&quot;li1&quot;&gt;Implementing Sigin in jwt sessions&lt;span class=&quot;Apple-converted-space&quot;&gt;&amp;nbsp;&lt;/span&gt;&lt;/li&gt;&#xa;&lt;li class=&quot;li1&quot;&gt;Implementing sigin in UI&lt;/li&gt;&#xa;&lt;li class=&quot;li1&quot;&gt;Implementing signing in UI part2&lt;/li&gt;&#xa;&lt;li class=&quot;li1&quot;&gt;Implenting sign in UI part2&lt;/li&gt;&#xa;&lt;li class=&quot;li1&quot;&gt;Implementing sign in UI part 3&lt;/li&gt;&#xa;&lt;li class=&quot;li1&quot;&gt;Landing page Design&lt;/li&gt;&#xa;&lt;li class=&quot;li1&quot;&gt;Building&lt;span class=&quot;Apple-converted-space&quot;&gt;&amp;nbsp; &lt;/span&gt;a dashboard UI&lt;/li&gt;&#xa;&lt;li class=&quot;li1&quot;&gt;Template selecting modal&lt;/li&gt;&#xa;&lt;li class=&quot;li1&quot;&gt;Playground&lt;span class=&quot;Apple-converted-space&quot;&gt;&amp;nbsp; &lt;/span&gt;functionality 1&lt;/li&gt;&#xa;&lt;li class=&quot;li1&quot;&gt;Playground functionality 2&lt;/li&gt;&#xa;&lt;li class=&quot;li1&quot;&gt;Playground Functionality 3&lt;/li&gt;&#xa;&lt;li class=&quot;li1&quot;&gt;File explorer part 1&lt;/li&gt;&#xa;&lt;li class=&quot;li1&quot;&gt;File explorer part 2&lt;/li&gt;&#xa;&lt;li class=&quot;li1&quot;&gt;Monaco editor part 1&lt;/li&gt;&#xa;&lt;li class=&quot;li1&quot;&gt;Monaco editor part 2&lt;/li&gt;&#xa;&lt;li class=&quot;li1&quot;&gt;Monaco editor part 3&lt;/li&gt;&#xa;&lt;li class=&quot;li1&quot;&gt;Webcontainers part 1&lt;/li&gt;&#xa;&lt;li class=&quot;li1&quot;&gt;Webcontaieners part 2&lt;/li&gt;&#xa;&lt;li class=&quot;li1&quot;&gt;IDE Features&lt;span class=&quot;Apple-converted-space&quot;&gt;&amp;nbsp;&lt;/span&gt;&lt;/li&gt;&#xa;&lt;li class=&quot;li1&quot;&gt;Ollama setup 1&lt;span class=&quot;Apple-converted-space&quot;&gt;&amp;nbsp;&lt;/span&gt;&lt;/li&gt;&#xa;&lt;li class=&quot;li1&quot;&gt;Ollama setup 2&lt;/li&gt;&#xa;&lt;li class=&quot;li1&quot;&gt;AI module Part 1 part a&lt;/li&gt;&#xa;&lt;li class=&quot;li1&quot;&gt;AI Moduler Part 1 part b&lt;/li&gt;&#xa;&lt;li class=&quot;li1&quot;&gt;AI Module Part 1 part c&lt;/li&gt;&#xa;&lt;li class=&quot;li1&quot;&gt;AI Module Part 2 part a&lt;/li&gt;&#xa;&lt;li class=&quot;li1&quot;&gt;AI Module Part 2 part b&lt;/li&gt;&#xa;&lt;li class=&quot;li1&quot;&gt;Assigment Discussion&lt;span class=&quot;Apple-converted-space&quot;&gt;&amp;nbsp;&lt;/span&gt;&lt;/li&gt;&#xa;&lt;/ul&gt;&#xa;&lt;/ul&gt;" id="81">
                    <mxCell style="text;whiteSpace=wrap;html=1;fillColor=#dae8fc;strokeColor=#6c8ebf;" parent="1" vertex="1">
                        <mxGeometry x="-720" y="17359" width="440" height="1270" as="geometry"/>
                    </mxCell>
                </UserObject>
                <mxCell id="93" value="&lt;h1 style=&quot;margin-top: 0px;&quot;&gt;Tools required&lt;/h1&gt;&lt;p&gt;google chrome&lt;/p&gt;&lt;p&gt;vs code&amp;nbsp;&lt;/p&gt;" style="text;html=1;whiteSpace=wrap;overflow=hidden;rounded=0;strokeColor=default;shadow=1;" parent="1" vertex="1">
                    <mxGeometry x="-292" y="-634.5" width="180" height="120" as="geometry"/>
                </mxCell>
                <mxCell id="95" value="HTML :&amp;nbsp;&lt;br&gt;Hyper text markup language" style="whiteSpace=wrap;html=1;align=left;verticalAlign=top;fillColor=#dae8fc;strokeColor=#6c8ebf;gradientColor=none;" parent="1" vertex="1">
                    <mxGeometry x="-308.5" y="292.5" width="120" height="60" as="geometry"/>
                </mxCell>
-                 <mxCell id="99" value="&lt;h1 style=&quot;margin-top: 0px;&quot;&gt;&lt;span style=&quot;color: rgb(63, 63, 63); background-color: transparent;&quot;&gt;currrent state of css&amp;nbsp;&lt;/span&gt;&lt;/h1&gt;&lt;h1 style=&quot;margin-top: 0px;&quot;&gt;&lt;br&gt;&lt;/h1&gt;&lt;div&gt;inlne&amp;nbsp;&lt;/div&gt;&lt;div&gt;inernal&amp;nbsp;&lt;/div&gt;&lt;div&gt;external&lt;/div&gt;" style="text;html=1;whiteSpace=wrap;overflow=hidden;rounded=0;" vertex="1" parent="1">
+                 <mxCell id="101" value="" style="edgeStyle=none;html=1;" edge="1" parent="1" source="99" target="100">
+                     <mxGeometry relative="1" as="geometry"/>
+                 </mxCell>
+                 <mxCell id="102" value="css selectors" style="edgeLabel;html=1;align=center;verticalAlign=middle;resizable=0;points=[];" vertex="1" connectable="0" parent="101">
+                     <mxGeometry x="-0.2515" relative="1" as="geometry">
+                         <mxPoint as="offset"/>
+                     </mxGeometry>
+                 </mxCell>
+                 <mxCell id="99" value="&lt;h1 style=&quot;margin-top: 0px;&quot;&gt;&lt;span style=&quot;color: rgb(63, 63, 63); background-color: transparent;&quot;&gt;currrent state of css&amp;nbsp;&lt;/span&gt;&lt;/h1&gt;&lt;h1 style=&quot;margin-top: 0px;&quot;&gt;&lt;br&gt;&lt;/h1&gt;&lt;div&gt;inlne&amp;nbsp;&lt;/div&gt;&lt;div&gt;inernal&amp;nbsp;&lt;/div&gt;&lt;div&gt;external&lt;/div&gt;" style="text;html=1;whiteSpace=wrap;overflow=hidden;rounded=0;" parent="1" vertex="1">
                    <mxGeometry x="-202" y="916" width="449" height="176" as="geometry"/>
+                 </mxCell>
+                 <mxCell id="100" value="&lt;div style=&quot;color: rgb(59, 59, 59); font-family: Menlo, Monaco, &amp;quot;Courier New&amp;quot;, monospace; line-height: 18px; white-space: pre;&quot;&gt;&lt;div&gt;&lt;span style=&quot;color: #008000;&quot;&gt;universal&lt;/span&gt;&lt;/div&gt;&lt;div&gt;&lt;span style=&quot;color: #008000;&quot;&gt;    &lt;/span&gt;&lt;/div&gt;&lt;div&gt;&lt;span style=&quot;color: #008000;&quot;&gt;    type&lt;/span&gt;&lt;/div&gt;&lt;div&gt;&lt;span style=&quot;color: #008000;&quot;&gt;    &lt;/span&gt;&lt;/div&gt;&lt;div&gt;&lt;span style=&quot;color: #008000;&quot;&gt;    class&lt;/span&gt;&lt;/div&gt;&lt;br&gt;&lt;div&gt;&lt;span style=&quot;color: #008000;&quot;&gt;    ID&lt;/span&gt;&lt;/div&gt;&lt;br&gt;&lt;div&gt;&lt;span style=&quot;color: #008000;&quot;&gt;    Attribute&lt;/span&gt;&lt;/div&gt;&lt;br&gt;&lt;div&gt;&lt;span style=&quot;color: #008000;&quot;&gt;    Descendant&lt;/span&gt;&lt;/div&gt;&lt;br&gt;&lt;div&gt;&lt;span style=&quot;color: #008000;&quot;&gt;    Child&lt;/span&gt;&lt;/div&gt;&lt;br&gt;&lt;div&gt;&lt;span style=&quot;color: #008000;&quot;&gt;    adjecent sibling&lt;/span&gt;&lt;/div&gt;&lt;br&gt;&lt;div&gt;&lt;span style=&quot;color: #008000;&quot;&gt;    general sibling&lt;/span&gt;&lt;/div&gt;&lt;br&gt;&lt;div&gt;&lt;span style=&quot;color: #008000;&quot;&gt;    pseudo class &lt;/span&gt;&lt;/div&gt;&lt;br&gt;&lt;div&gt;&lt;span style=&quot;color: #008000;&quot;&gt;    pseudo element&lt;/span&gt;&lt;/div&gt;&lt;br&gt;&lt;div&gt;&lt;span style=&quot;color: #008000;&quot;&gt;    Grouping &lt;/span&gt;&lt;/div&gt;&lt;/div&gt;" style="whiteSpace=wrap;html=1;fillColor=#f5f5f5;fontColor=#333333;strokeColor=#666666;" vertex="1" parent="1">
+                     <mxGeometry x="491.5" y="590" width="441.5" height="444" as="geometry"/>
                </mxCell>
            </root>
        </mxGraphModel>
    </diagram>
</mxfile>